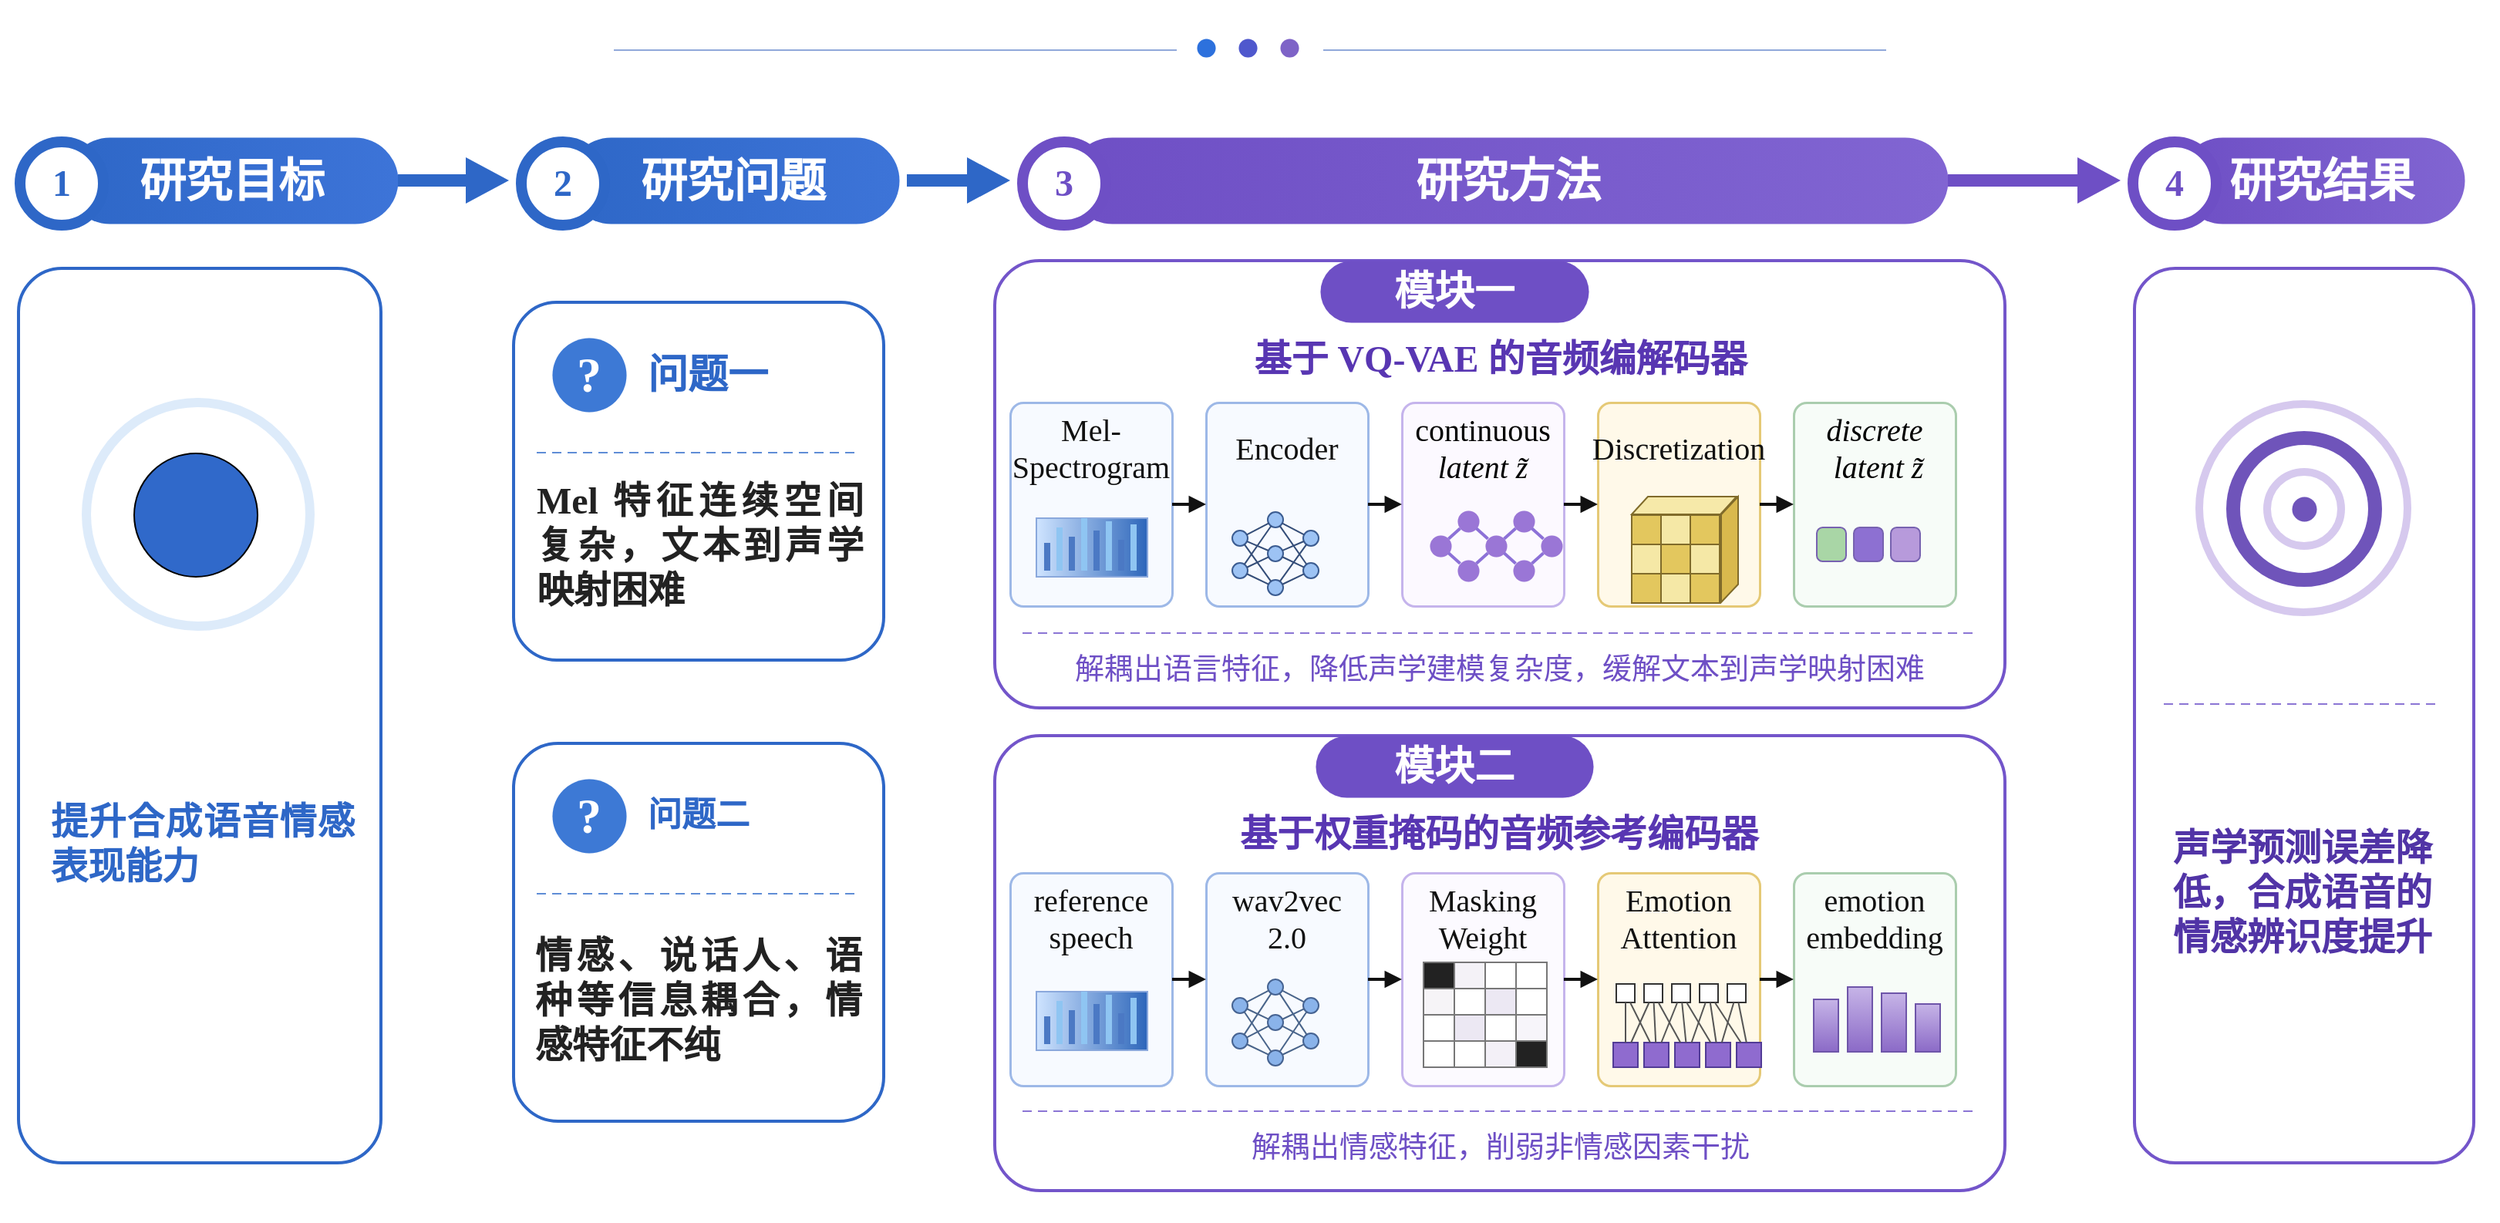
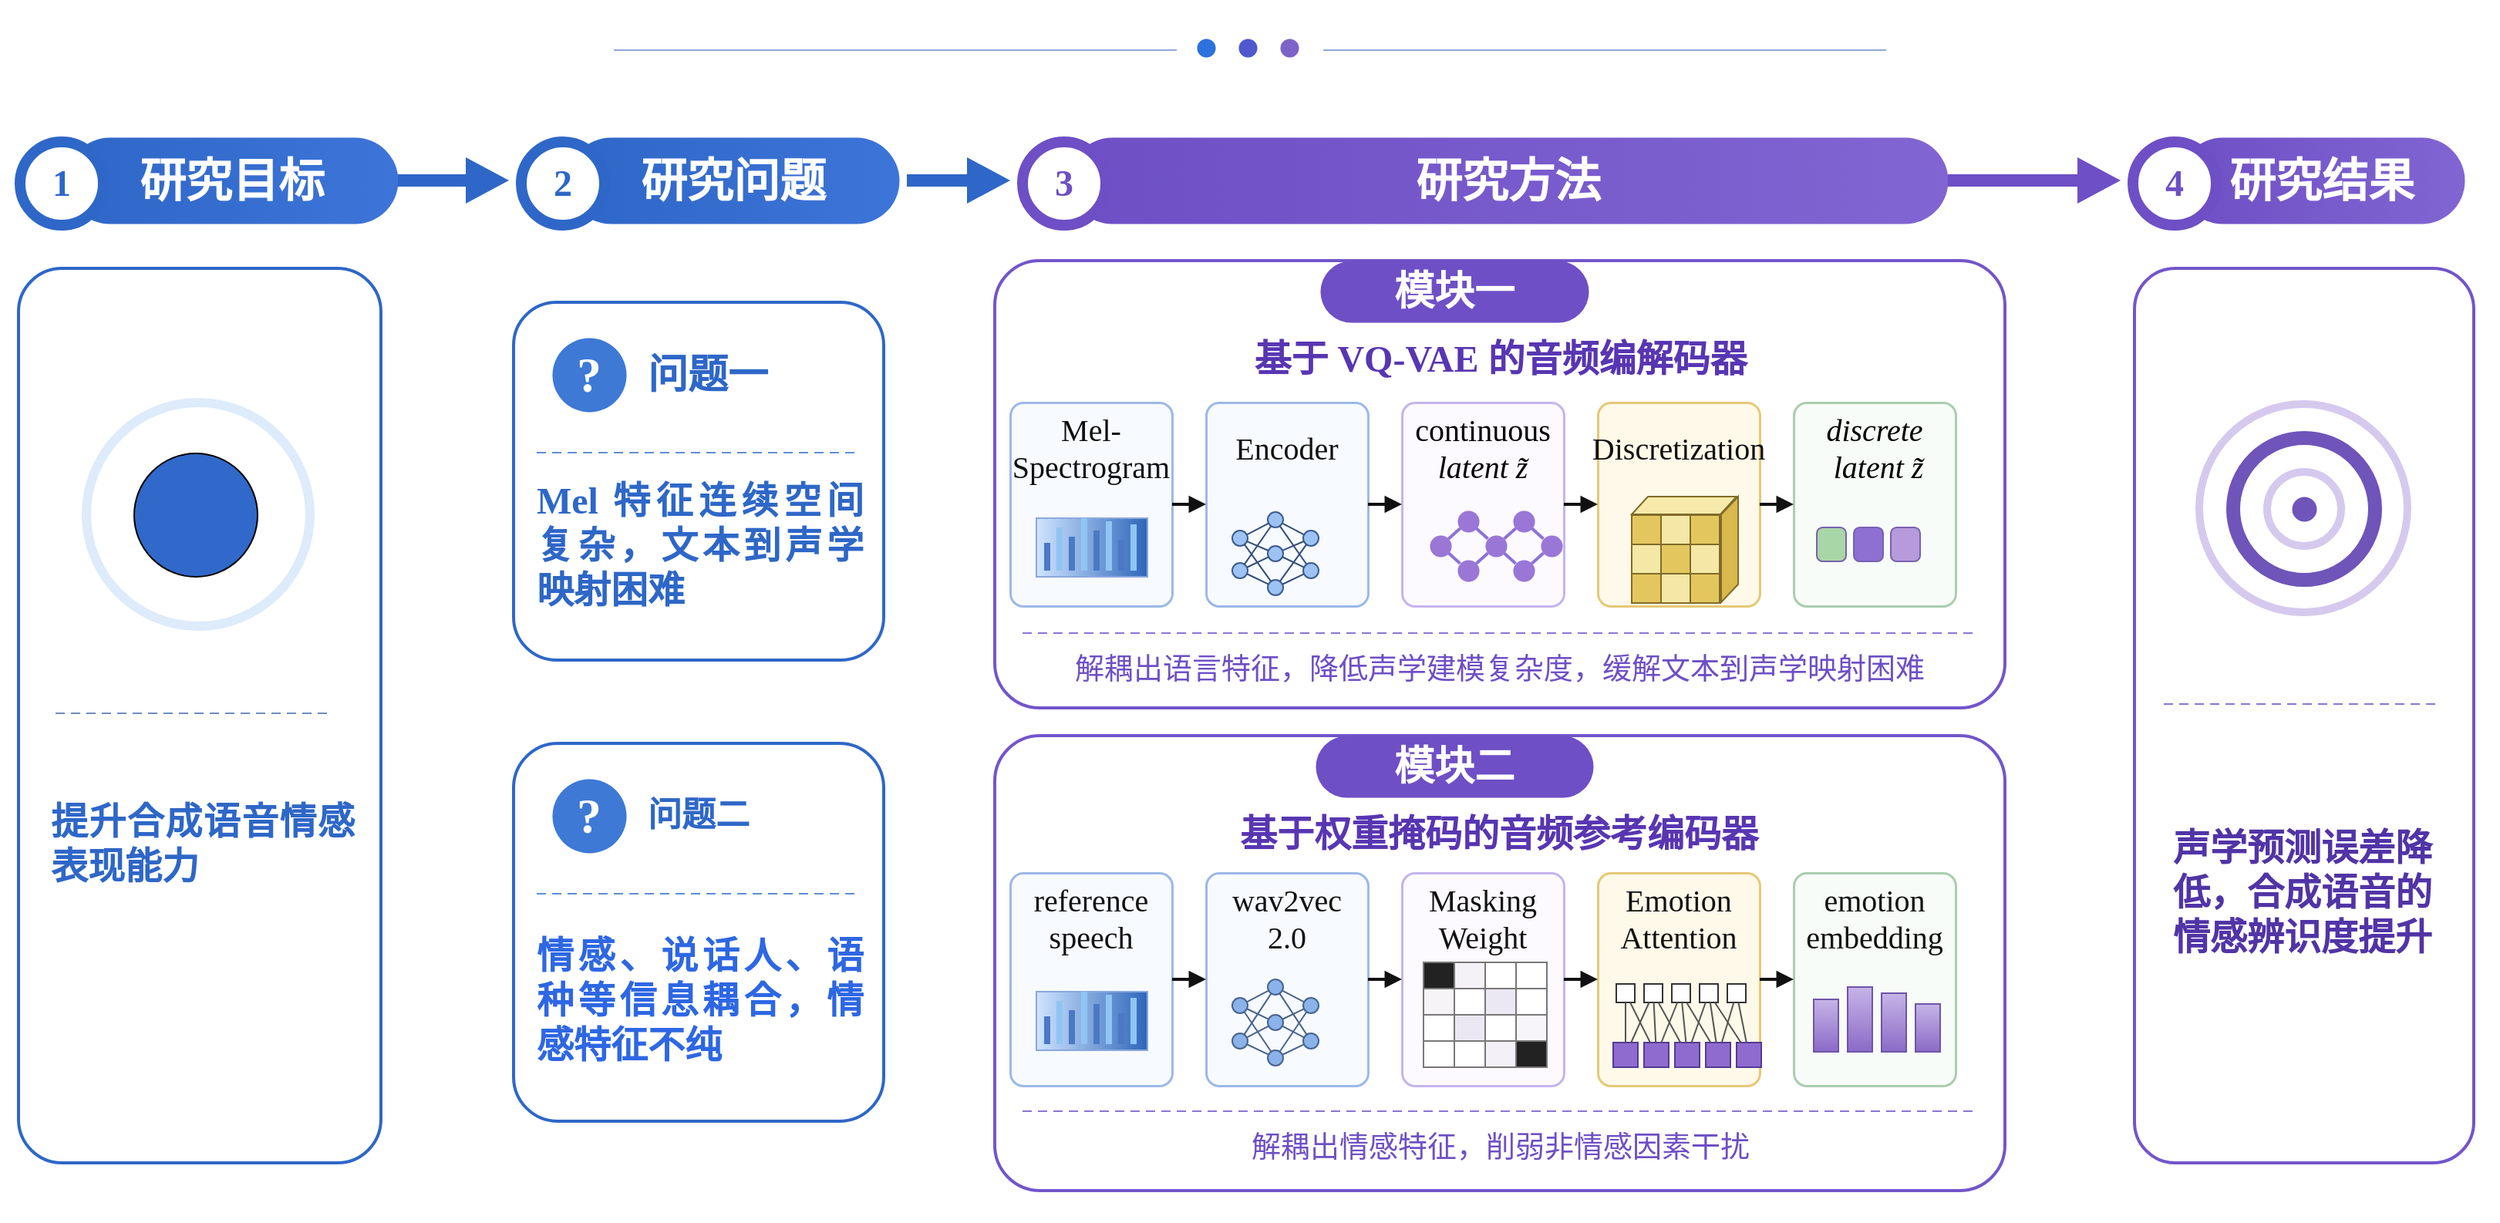
<mxfile host="app.diagrams.net">
  <diagram name="第 1 页" id="fVVEHDjkvuh4-jfM98xs">
-     <mxGraphModel dx="2060" dy="1284" grid="1" gridSize="1" guides="1" tooltips="1" connect="1" arrows="1" fold="1" page="1" pageScale="1" pageWidth="1664" pageHeight="928" math="1" shadow="0">
+     <mxGraphModel dx="1717" dy="1070" grid="1" gridSize="1" guides="1" tooltips="1" connect="1" arrows="1" fold="1" page="1" pageScale="1" pageWidth="1664" pageHeight="928" math="1" shadow="0">
      <root>
        <mxCell id="0" />
        <mxCell id="1" parent="0" />
        <mxCell id="v2" parent="1" style="shape=rect;fillColor=#FFFFFF;strokeColor=none;fontFamily=Comic Sans MS;" value="e" vertex="1">
          <mxGeometry height="792" width="1620" x="22" y="66" as="geometry" />
        </mxCell>
        <mxCell id="v4" parent="1" style="shape=line;strokeColor=#90A8DA;strokeWidth=1;fontFamily=Comic Sans MS;" value="" vertex="1">
          <mxGeometry height="1" width="365" x="420" y="98" as="geometry" />
        </mxCell>
        <mxCell id="v5" parent="1" style="shape=line;strokeColor=#90A8DA;strokeWidth=1;fontFamily=Comic Sans MS;" value="" vertex="1">
          <mxGeometry height="1" width="365" x="880" y="98" as="geometry" />
        </mxCell>
        <mxCell id="v6" parent="1" style="ellipse;whiteSpace=wrap;html=1;fillColor=#2D71DD;strokeColor=#2D71DD;strokeWidth=0;fontFamily=Comic Sans MS;" value="" vertex="1">
          <mxGeometry height="12" width="12" x="798" y="91" as="geometry" />
        </mxCell>
        <mxCell id="v7" parent="1" style="ellipse;whiteSpace=wrap;html=1;fillColor=#4F58CD;strokeColor=#4F58CD;strokeWidth=0;fontFamily=Comic Sans MS;" value="" vertex="1">
          <mxGeometry height="12" width="12" x="825" y="91" as="geometry" />
        </mxCell>
        <mxCell id="v8" parent="1" style="ellipse;whiteSpace=wrap;html=1;fillColor=#7E63C7;strokeColor=#7E63C7;strokeWidth=0;fontFamily=Comic Sans MS;" value="" vertex="1">
          <mxGeometry height="12" width="12" x="852" y="91" as="geometry" />
        </mxCell>
        <mxCell id="v9" parent="1" style="rounded=1;arcSize=50;whiteSpace=wrap;html=1;fillColor=#2E67C7;strokeColor=none;strokeWidth=0;fontFamily=Comic Sans MS;gradientColor=#3D74D8;gradientDirection=east;fontSize=24;fontColor=#FFFFFF;fontStyle=1;align=center;verticalAlign=middle;" value="&lt;font style=&quot;font-size: 30px;&quot;&gt;研究目标&lt;/font&gt;" vertex="1">
          <mxGeometry height="56" width="215" x="65" y="155" as="geometry" />
        </mxCell>
        <mxCell id="v10" parent="1" style="ellipse;whiteSpace=wrap;html=1;fillColor=#FFFFFF;strokeColor=#2E67C7;strokeWidth=7;fontFamily=Comic Sans MS;fontSize=24;fontColor=#2E67C7;fontStyle=1;align=center;verticalAlign=middle;" value="1" vertex="1">
          <mxGeometry height="54" width="54" x="35" y="158" as="geometry" />
        </mxCell>
        <mxCell id="v11" parent="1" style="rounded=1;arcSize=50;whiteSpace=wrap;html=1;fillColor=#2E67C7;strokeColor=none;strokeWidth=0;fontFamily=Comic Sans MS;gradientColor=#3D74D8;gradientDirection=east;fontSize=24;fontColor=#FFFFFF;fontStyle=1;align=center;verticalAlign=middle;" value="&lt;font style=&quot;font-size: 30px;&quot;&gt;研究问题&lt;/font&gt;" vertex="1">
          <mxGeometry height="56" width="215" x="390" y="155" as="geometry" />
        </mxCell>
        <mxCell id="v12" parent="1" style="ellipse;whiteSpace=wrap;html=1;fillColor=#FFFFFF;strokeColor=#2E67C7;strokeWidth=7;fontFamily=Comic Sans MS;fontSize=24;fontColor=#2E67C7;fontStyle=1;align=center;verticalAlign=middle;" value="2" vertex="1">
          <mxGeometry height="54" width="54" x="360" y="158" as="geometry" />
        </mxCell>
        <mxCell id="v13" parent="1" style="rounded=1;arcSize=50;whiteSpace=wrap;html=1;fillColor=#6E4FC5;strokeColor=none;strokeWidth=0;fontFamily=Comic Sans MS;gradientColor=#8165D2;gradientDirection=east;fontSize=24;fontColor=#FFFFFF;fontStyle=1;align=center;verticalAlign=middle;" value="&lt;font style=&quot;font-size: 30px;&quot;&gt;研究方法&lt;/font&gt;" vertex="1">
          <mxGeometry height="56" width="570" x="715" y="155" as="geometry" />
        </mxCell>
        <mxCell id="v14" parent="1" style="ellipse;whiteSpace=wrap;html=1;fillColor=#FFFFFF;strokeColor=#6E4FC5;strokeWidth=7;fontFamily=Comic Sans MS;fontSize=24;fontColor=#6E4FC5;fontStyle=1;align=center;verticalAlign=middle;" value="3" vertex="1">
          <mxGeometry height="54" width="54" x="685" y="158" as="geometry" />
        </mxCell>
        <mxCell id="v15" parent="1" style="rounded=1;arcSize=50;whiteSpace=wrap;html=1;fillColor=#6E4FC5;strokeColor=none;strokeWidth=0;fontFamily=Comic Sans MS;gradientColor=#8165D2;gradientDirection=east;fontSize=24;fontColor=#FFFFFF;fontStyle=1;align=center;verticalAlign=middle;" value="&lt;font style=&quot;font-size: 30px;&quot;&gt;研究结果&lt;/font&gt;" vertex="1">
          <mxGeometry height="56" width="185" x="1435" y="155" as="geometry" />
        </mxCell>
        <mxCell id="v16" parent="1" style="ellipse;whiteSpace=wrap;html=1;fillColor=#FFFFFF;strokeColor=#6E4FC5;strokeWidth=7;fontFamily=Comic Sans MS;fontSize=24;fontColor=#6E4FC5;fontStyle=1;align=center;verticalAlign=middle;" value="4" vertex="1">
          <mxGeometry height="54" width="54" x="1405" y="158" as="geometry" />
        </mxCell>
        <mxCell id="v17" parent="1" style="shape=rect;fillColor=#2E67C7;strokeColor=none;fontFamily=Comic Sans MS;" value="" vertex="1">
          <mxGeometry height="8" width="52" x="280" y="179" as="geometry" />
        </mxCell>
        <mxCell id="v18" parent="1" style="shape=triangle;direction=east;fillColor=#2E67C7;strokeColor=none;fontFamily=Comic Sans MS;" value="" vertex="1">
          <mxGeometry height="30" width="28" x="324" y="168" as="geometry" />
        </mxCell>
        <mxCell id="v19" parent="1" style="shape=rect;fillColor=#2E67C7;strokeColor=none;fontFamily=Comic Sans MS;" value="" vertex="1">
          <mxGeometry height="8" width="47" x="610" y="179" as="geometry" />
        </mxCell>
        <mxCell id="v20" parent="1" style="shape=triangle;direction=east;fillColor=#2E67C7;strokeColor=none;fontFamily=Comic Sans MS;" value="" vertex="1">
          <mxGeometry height="30" width="28" x="649" y="168" as="geometry" />
        </mxCell>
        <mxCell id="v21" parent="1" style="shape=rect;fillColor=#6E4FC5;strokeColor=none;fontFamily=Comic Sans MS;" value="" vertex="1">
          <mxGeometry height="8" width="92" x="1285" y="179" as="geometry" />
        </mxCell>
        <mxCell id="v22" parent="1" style="shape=triangle;direction=east;fillColor=#6E4FC5;strokeColor=none;fontFamily=Comic Sans MS;" value="" vertex="1">
          <mxGeometry height="30" width="28" x="1369" y="168" as="geometry" />
        </mxCell>
        <mxCell id="v23" parent="1" style="rounded=1;arcSize=12;whiteSpace=wrap;html=1;fillColor=#FFFFFF;strokeColor=#2E67C7;strokeWidth=2;fontFamily=Comic Sans MS;" value="" vertex="1">
          <mxGeometry height="580" width="235" x="34" y="240" as="geometry" />
        </mxCell>
        <mxCell id="v24" parent="1" style="rounded=1;arcSize=12;whiteSpace=wrap;html=1;fillColor=#FFFFFF;strokeColor=#2E67C7;strokeWidth=2;fontFamily=Comic Sans MS;" value="" vertex="1">
          <mxGeometry height="232" width="240" x="355" y="262" as="geometry" />
        </mxCell>
        <mxCell id="v25" parent="1" style="rounded=1;arcSize=12;whiteSpace=wrap;html=1;fillColor=#FFFFFF;strokeColor=#2E67C7;strokeWidth=2;fontFamily=Comic Sans MS;" value="" vertex="1">
          <mxGeometry height="245" width="240" x="355" y="548" as="geometry" />
        </mxCell>
        <mxCell id="v26" parent="1" style="rounded=1;arcSize=10;whiteSpace=wrap;html=1;fillColor=#FFFFFF;strokeColor=#7355CA;strokeWidth=2;fontFamily=Comic Sans MS;" value="" vertex="1">
          <mxGeometry height="290" width="655" x="667" y="235" as="geometry" />
        </mxCell>
        <mxCell id="v27" parent="1" style="rounded=1;arcSize=10;whiteSpace=wrap;html=1;fillColor=#FFFFFF;strokeColor=#7355CA;strokeWidth=2;fontFamily=Comic Sans MS;" value="" vertex="1">
          <mxGeometry height="295" width="655" x="667" y="543" as="geometry" />
        </mxCell>
        <mxCell id="v28" parent="1" style="rounded=1;arcSize=12;whiteSpace=wrap;html=1;fillColor=#FFFFFF;strokeColor=#7355CA;strokeWidth=2;fontFamily=Comic Sans MS;" value="" vertex="1">
          <mxGeometry height="580" width="220" x="1406" y="240" as="geometry" />
        </mxCell>
        <mxCell id="v29" parent="1" style="ellipse;whiteSpace=wrap;html=1;fillColor=#FFFFFF;strokeColor=#DDEBFA;strokeWidth=6;fontFamily=Comic Sans MS;" value="" vertex="1">
          <mxGeometry height="145" width="145" x="78" y="327" as="geometry" />
        </mxCell>
        <mxCell id="v31" parent="1" style="shape=mxgraph.basic.arc;startAngle=180;endAngle=360;fillColor=none;strokeColor=#2E67C7;strokeWidth=5;fontFamily=Comic Sans MS;" value="" vertex="1">
          <mxGeometry height="58" width="70" x="121" y="388" as="geometry" />
        </mxCell>
        <mxCell id="v34" parent="1" style="shape=mxgraph.basic.arc;startAngle=90;endAngle=270;direction=west;fillColor=none;strokeColor=#2E67C7;strokeWidth=4;fontFamily=Comic Sans MS;" value="" vertex="1">
          <mxGeometry height="38" width="18" x="90" y="380" as="geometry" />
        </mxCell>
        <mxCell id="v35" parent="1" style="shape=mxgraph.basic.arc;startAngle=90;endAngle=270;direction=west;fillColor=none;strokeColor=#2E67C7;strokeWidth=4;fontFamily=Comic Sans MS;" value="" vertex="1">
          <mxGeometry height="54" width="28" x="82" y="372" as="geometry" />
        </mxCell>
        <mxCell id="v36" parent="1" style="shape=mxgraph.basic.arc;startAngle=90;endAngle=270;direction=east;fillColor=none;strokeColor=#2E67C7;strokeWidth=4;fontFamily=Comic Sans MS;" value="" vertex="1">
          <mxGeometry height="38" width="18" x="193" y="380" as="geometry" />
        </mxCell>
        <mxCell id="v37" parent="1" style="shape=mxgraph.basic.arc;startAngle=90;endAngle=270;direction=east;fillColor=none;strokeColor=#2E67C7;strokeWidth=4;fontFamily=Comic Sans MS;" value="" vertex="1">
          <mxGeometry height="54" width="28" x="192" y="372" as="geometry" />
        </mxCell>
        <mxCell id="v38" parent="1" style="text;html=1;whiteSpace=wrap;align=left;verticalAlign=middle;fontFamily=Comic Sans MS;fontSize=22;fontColor=#111111;fontStyle=0;spacing=0;" value="&lt;div style=&quot;text-align: justify;&quot;&gt;&lt;b style=&quot;background-color: transparent; color: light-dark(rgb(46, 103, 199), rgb(237, 237, 237));&quot;&gt;&lt;font style=&quot;font-size: 24px;&quot;&gt;提升合成语音情感表现能力&lt;/font&gt;&lt;/b&gt;&lt;/div&gt;" vertex="1">
          <mxGeometry height="225" width="195" x="55" y="500" as="geometry" />
        </mxCell>
        <mxCell id="v39" parent="1" style="ellipse;whiteSpace=wrap;html=1;fillColor=#3D79D5;strokeColor=#3D79D5;strokeWidth=0;fontFamily=Comic Sans MS;fontSize=32;fontColor=#FFFFFF;fontStyle=1;align=center;verticalAlign=middle;" value="?" vertex="1">
          <mxGeometry height="48" width="48" x="380" y="285" as="geometry" />
        </mxCell>
        <mxCell id="v40" parent="1" style="text;html=1;whiteSpace=wrap;align=left;verticalAlign=middle;fontFamily=Comic Sans MS;fontSize=22;fontColor=#2E67C7;fontStyle=1;spacing=0;" value="&lt;font style=&quot;font-size: 26px;&quot;&gt;问题一&lt;/font&gt;" vertex="1">
          <mxGeometry height="44" width="120" x="442" y="287" as="geometry" />
        </mxCell>
        <mxCell id="v41" parent="1" style="shape=line;strokeColor=#5F8DD6;strokeWidth=1;dashed=1;dashPattern=6 4;fontFamily=Comic Sans MS;" value="" vertex="1">
          <mxGeometry height="1" width="210" x="370" y="359" as="geometry" />
        </mxCell>
        <mxCell id="v42" parent="1" style="ellipse;whiteSpace=wrap;html=1;fillColor=#3D79D5;strokeColor=#3D79D5;strokeWidth=0;fontFamily=Comic Sans MS;fontSize=32;fontColor=#FFFFFF;fontStyle=1;align=center;verticalAlign=middle;" value="?" vertex="1">
          <mxGeometry height="48" width="48" x="380" y="571" as="geometry" />
        </mxCell>
        <mxCell id="v43" parent="1" style="text;html=1;whiteSpace=wrap;align=left;verticalAlign=middle;fontFamily=Comic Sans MS;fontSize=22;fontColor=#2E67C7;fontStyle=1;spacing=0;" value="问题二" vertex="1">
          <mxGeometry height="44" width="120" x="442" y="573" as="geometry" />
        </mxCell>
        <mxCell id="v44" parent="1" style="shape=line;strokeColor=#5F8DD6;strokeWidth=1;dashed=1;dashPattern=6 4;fontFamily=Comic Sans MS;" value="" vertex="1">
          <mxGeometry height="1" width="210" x="370" y="645" as="geometry" />
        </mxCell>
-         <mxCell id="v45" parent="1" style="text;html=1;whiteSpace=wrap;align=left;verticalAlign=middle;fontFamily=Comic Sans MS;fontSize=18;fontColor=#222222;fontStyle=0;spacing=0;" value="&lt;div style=&quot;text-align: justify;&quot;&gt;&lt;b style=&quot;background-color: transparent; color: light-dark(rgb(34, 34, 34), rgb(208, 208, 208));&quot;&gt;&lt;font style=&quot;font-size: 24px;&quot;&gt;Mel 特征连续空间复杂，文本到声学映射困难&lt;/font&gt;&lt;/b&gt;&lt;/div&gt;" vertex="1">
+         <mxCell id="v45" parent="1" style="text;html=1;whiteSpace=wrap;align=left;verticalAlign=middle;fontFamily=Comic Sans MS;fontSize=18;fontColor=#222222;fontStyle=0;spacing=0;" value="&lt;div style=&quot;text-align: justify;&quot;&gt;&lt;b style=&quot;background-color: transparent;&quot;&gt;&lt;font style=&quot;font-size: 24px; color: light-dark(rgb(46, 103, 199), rgb(208, 208, 208));&quot;&gt;Mel 特征连续空间复杂，文本到声学映射困难&lt;/font&gt;&lt;/b&gt;&lt;/div&gt;" vertex="1">
          <mxGeometry height="110" width="210" x="370" y="365" as="geometry" />
        </mxCell>
-         <mxCell id="v46" parent="1" style="text;html=1;whiteSpace=wrap;align=center;verticalAlign=middle;fontFamily=Comic Sans MS;fontSize=18;fontColor=#222222;fontStyle=0;spacing=0;" value="&lt;div style=&quot;text-align: justify;&quot;&gt;&lt;b style=&quot;background-color: transparent; color: light-dark(rgb(34, 34, 34), rgb(208, 208, 208));&quot;&gt;&lt;font style=&quot;font-size: 24px;&quot;&gt;情感、说话人、语种等信息耦合，情感特征不纯&lt;/font&gt;&lt;/b&gt;&lt;/div&gt;" vertex="1">
+         <mxCell id="v46" parent="1" style="text;html=1;whiteSpace=wrap;align=left;verticalAlign=middle;fontFamily=Comic Sans MS;fontSize=22;fontColor=#111111;fontStyle=0;spacing=0;" value="&lt;div style=&quot;text-align: justify;&quot;&gt;&lt;b style=&quot;background-color: transparent;&quot;&gt;&lt;font style=&quot;font-size: 24px; color: light-dark(rgb(46, 103, 227), rgb(208, 208, 208));&quot;&gt;情感、说话人、语种等信息耦合，情感特征不纯&lt;/font&gt;&lt;/b&gt;&lt;/div&gt;" vertex="1">
          <mxGeometry height="115" width="210" x="370" y="657" as="geometry" />
        </mxCell>
        <mxCell id="e47" edge="1" parent="1" style="edgeStyle=orthogonalEdgeStyle;rounded=0;html=1;strokeColor=#3B72CA;strokeWidth=3;dashed=1;dashPattern=6 4;endArrow=block;endFill=1;" value="">
          <mxGeometry relative="1" as="geometry">
            <Array as="points">
              <mxPoint x="278" y="510" />
              <mxPoint x="310" y="510" />
              <mxPoint x="310" y="378" />
              <mxPoint x="350" y="378" />
            </Array>
          </mxGeometry>
        </mxCell>
        <mxCell id="e48" edge="1" parent="1" style="edgeStyle=orthogonalEdgeStyle;rounded=0;html=1;strokeColor=#3B72CA;strokeWidth=3;dashed=1;dashPattern=6 4;endArrow=block;endFill=1;" value="">
          <mxGeometry relative="1" as="geometry">
            <Array as="points">
              <mxPoint x="278" y="510" />
              <mxPoint x="310" y="510" />
              <mxPoint x="310" y="670" />
              <mxPoint x="350" y="670" />
            </Array>
          </mxGeometry>
        </mxCell>
        <mxCell id="e49" edge="1" parent="1" style="edgeStyle=orthogonalEdgeStyle;rounded=0;html=1;strokeColor=#6E4FC5;strokeWidth=3;dashed=1;dashPattern=6 4;endArrow=block;endFill=1;" value="">
          <mxGeometry relative="1" as="geometry">
            <Array as="points">
              <mxPoint x="595" y="378" />
              <mxPoint x="625" y="378" />
              <mxPoint x="625" y="356" />
              <mxPoint x="665" y="356" />
            </Array>
          </mxGeometry>
        </mxCell>
        <mxCell id="e50" edge="1" parent="1" style="edgeStyle=orthogonalEdgeStyle;rounded=0;html=1;strokeColor=#6E4FC5;strokeWidth=3;dashed=1;dashPattern=6 4;endArrow=block;endFill=1;" value="">
          <mxGeometry relative="1" as="geometry">
            <Array as="points">
              <mxPoint x="595" y="670" />
              <mxPoint x="625" y="670" />
              <mxPoint x="625" y="695" />
              <mxPoint x="665" y="695" />
            </Array>
          </mxGeometry>
        </mxCell>
        <mxCell id="v51" parent="1" style="rounded=1;arcSize=50;whiteSpace=wrap;html=1;fillColor=#6E4FC5;strokeColor=#6E4FC5;strokeWidth=0;fontFamily=Comic Sans MS;fontSize=22;fontColor=#FFFFFF;fontStyle=1;align=center;verticalAlign=middle;" value="&lt;font style=&quot;font-size: 26px;&quot;&gt;模块一&lt;/font&gt;" vertex="1">
          <mxGeometry height="40" width="174" x="878" y="235" as="geometry" />
        </mxCell>
        <mxCell id="v52" parent="1" style="rounded=1;arcSize=50;whiteSpace=wrap;html=1;fillColor=#6E4FC5;strokeColor=#6E4FC5;strokeWidth=0;fontFamily=Comic Sans MS;fontSize=22;fontColor=#FFFFFF;fontStyle=1;align=center;verticalAlign=middle;" value="&lt;font style=&quot;font-size: 26px;&quot;&gt;模块二&lt;/font&gt;" vertex="1">
          <mxGeometry height="40" width="180" x="875" y="543" as="geometry" />
        </mxCell>
        <mxCell id="v53" parent="1" style="text;html=1;whiteSpace=wrap;align=center;verticalAlign=middle;fontFamily=Comic Sans MS;fontSize=23;fontColor=#5836B2;fontStyle=1;spacing=0;" value="&lt;font style=&quot;font-size: 24px;&quot;&gt;基于 VQ-VAE 的音频编解码器&lt;/font&gt;" vertex="1">
          <mxGeometry height="38" width="520" x="735" y="280" as="geometry" />
        </mxCell>
        <mxCell id="v54" parent="1" style="text;html=1;whiteSpace=wrap;align=center;verticalAlign=middle;fontFamily=Comic Sans MS;fontSize=23;fontColor=#5836B2;fontStyle=1;spacing=0;" value="&lt;font style=&quot;font-size: 24px;&quot;&gt;基于权重掩码的音频参考编码器&lt;/font&gt;" vertex="1">
          <mxGeometry height="38" width="580" x="704" y="588" as="geometry" />
        </mxCell>
        <mxCell id="v55" parent="1" style="rounded=1;arcSize=8;whiteSpace=wrap;html=1;fillColor=#F7FAFF;strokeColor=#9DB8E7;strokeWidth=1.5;fontFamily=Comic Sans MS;" value="" vertex="1">
          <mxGeometry height="132" width="105" x="677" y="327" as="geometry" />
        </mxCell>
        <mxCell id="v56" parent="1" style="text;html=1;whiteSpace=wrap;align=center;verticalAlign=middle;fontFamily=Comic Sans MS;fontSize=15;fontColor=#111111;fontStyle=0;spacing=0;" value="&lt;font style=&quot;font-size: 20px;&quot;&gt;Mel-&lt;br&gt;Spectrogram&lt;/font&gt;" vertex="1">
          <mxGeometry height="42" width="95" x="682" y="335" as="geometry" />
        </mxCell>
        <mxCell id="v57" parent="1" style="rounded=1;arcSize=8;whiteSpace=wrap;html=1;fillColor=#F7FAFF;strokeColor=#9DB8E7;strokeWidth=1.5;fontFamily=Comic Sans MS;" value="" vertex="1">
          <mxGeometry height="132" width="105" x="804" y="327" as="geometry" />
        </mxCell>
        <mxCell id="v58" parent="1" style="text;html=1;whiteSpace=wrap;align=center;verticalAlign=middle;fontFamily=Comic Sans MS;fontSize=15;fontColor=#111111;fontStyle=0;spacing=0;" value="&lt;font style=&quot;font-size: 20px;&quot;&gt;Encoder&lt;/font&gt;" vertex="1">
          <mxGeometry height="42" width="95" x="809" y="335" as="geometry" />
        </mxCell>
        <mxCell id="v59" parent="1" style="rounded=1;arcSize=8;whiteSpace=wrap;html=1;fillColor=#FCF9FF;strokeColor=#C5B4EC;strokeWidth=1.5;fontFamily=Comic Sans MS;" value="" vertex="1">
          <mxGeometry height="132" width="105" x="931" y="327" as="geometry" />
        </mxCell>
        <mxCell id="v60" parent="1" style="text;html=1;whiteSpace=wrap;align=center;verticalAlign=middle;fontFamily=Comic Sans MS;fontSize=15;fontColor=#111111;fontStyle=0;spacing=0;" value="&lt;font style=&quot;font-size: 20px;&quot;&gt;&lt;span style=&quot;text-align: left; white-space: nowrap; color: rgb(0, 0, 0);&quot;&gt;continuous&lt;/span&gt;&lt;/font&gt;&lt;div&gt;&lt;font style=&quot;font-size: 20px;&quot;&gt;&lt;i style=&quot;text-align: left; white-space: nowrap; color: rgb(0, 0, 0);&quot;&gt; latent z̃&lt;/i&gt;&lt;/font&gt;&lt;/div&gt;" vertex="1">
          <mxGeometry height="42" width="95" x="936" y="335" as="geometry" />
        </mxCell>
        <mxCell id="v61" parent="1" style="rounded=1;arcSize=8;whiteSpace=wrap;html=1;fillColor=#FFF9E9;strokeColor=#E5C976;strokeWidth=1.5;fontFamily=Comic Sans MS;" value="" vertex="1">
          <mxGeometry height="132" width="105" x="1058" y="327" as="geometry" />
        </mxCell>
        <mxCell id="v62" parent="1" style="text;html=1;whiteSpace=wrap;align=center;verticalAlign=middle;fontFamily=Comic Sans MS;fontSize=15;fontColor=#111111;fontStyle=0;spacing=0;" value="&lt;font style=&quot;font-size: 20px;&quot;&gt;Discretization&lt;/font&gt;" vertex="1">
          <mxGeometry height="42" width="95" x="1063" y="335" as="geometry" />
        </mxCell>
        <mxCell id="v63" parent="1" style="rounded=1;arcSize=8;whiteSpace=wrap;html=1;fillColor=#F7FCF8;strokeColor=#AACDAE;strokeWidth=1.5;fontFamily=Comic Sans MS;" value="" vertex="1">
          <mxGeometry height="132" width="105" x="1185" y="327" as="geometry" />
        </mxCell>
        <mxCell id="v64" parent="1" style="text;html=1;whiteSpace=wrap;align=center;verticalAlign=middle;fontFamily=Comic Sans MS;fontSize=15;fontColor=#111111;fontStyle=0;spacing=0;" value="&lt;i style=&quot;text-align: left; white-space: nowrap;&quot;&gt;&lt;font style=&quot;color: rgb(0, 0, 0); font-size: 20px;&quot;&gt;discrete&lt;/font&gt;&lt;/i&gt;&lt;div&gt;&lt;i style=&quot;text-align: left; white-space: nowrap;&quot;&gt;&lt;font style=&quot;color: rgb(0, 0, 0); font-size: 20px;&quot;&gt;&amp;nbsp;latent z̃&lt;/font&gt;&lt;/i&gt;&lt;/div&gt;" vertex="1">
          <mxGeometry height="42" width="95" x="1190" y="335" as="geometry" />
        </mxCell>
        <mxCell id="e65" edge="1" parent="1" source="v55" style="edgeStyle=orthogonalEdgeStyle;rounded=0;html=1;strokeColor=#111111;strokeWidth=2;endArrow=block;endFill=1;fontFamily=Comic Sans MS;" target="v57" value="">
          <mxGeometry relative="1" as="geometry" />
        </mxCell>
        <mxCell id="e66" edge="1" parent="1" source="v57" style="edgeStyle=orthogonalEdgeStyle;rounded=0;html=1;strokeColor=#111111;strokeWidth=2;endArrow=block;endFill=1;fontFamily=Comic Sans MS;" target="v59" value="">
          <mxGeometry relative="1" as="geometry" />
        </mxCell>
        <mxCell id="e67" edge="1" parent="1" source="v59" style="edgeStyle=orthogonalEdgeStyle;rounded=0;html=1;strokeColor=#111111;strokeWidth=2;endArrow=block;endFill=1;fontFamily=Comic Sans MS;" target="v61" value="">
          <mxGeometry relative="1" as="geometry" />
        </mxCell>
        <mxCell id="e68" edge="1" parent="1" source="v61" style="edgeStyle=orthogonalEdgeStyle;rounded=0;html=1;strokeColor=#111111;strokeWidth=2;endArrow=block;endFill=1;fontFamily=Comic Sans MS;" target="v63" value="">
          <mxGeometry relative="1" as="geometry" />
        </mxCell>
        <mxCell id="v78" parent="1" style="ellipse;whiteSpace=wrap;html=1;fillColor=#9DC3F4;strokeColor=#3B5C91;strokeWidth=1;fontFamily=Comic Sans MS;" value="" vertex="1">
          <mxGeometry height="10" width="10" x="821" y="410" as="geometry" />
        </mxCell>
        <mxCell id="v79" parent="1" style="ellipse;whiteSpace=wrap;html=1;fillColor=#9DC3F4;strokeColor=#3B5C91;strokeWidth=1;fontFamily=Comic Sans MS;" value="" vertex="1">
          <mxGeometry height="10" width="10" x="821" y="431" as="geometry" />
        </mxCell>
        <mxCell id="v80" parent="1" style="ellipse;whiteSpace=wrap;html=1;fillColor=#9DC3F4;strokeColor=#3B5C91;strokeWidth=1;fontFamily=Comic Sans MS;" value="" vertex="1">
          <mxGeometry height="10" width="10" x="844" y="398" as="geometry" />
        </mxCell>
        <mxCell id="v81" parent="1" style="ellipse;whiteSpace=wrap;html=1;fillColor=#9DC3F4;strokeColor=#3B5C91;strokeWidth=1;fontFamily=Comic Sans MS;" value="" vertex="1">
          <mxGeometry height="10" width="10" x="844" y="420" as="geometry" />
        </mxCell>
        <mxCell id="v82" parent="1" style="ellipse;whiteSpace=wrap;html=1;fillColor=#9DC3F4;strokeColor=#3B5C91;strokeWidth=1;fontFamily=Comic Sans MS;" value="" vertex="1">
          <mxGeometry height="10" width="10" x="844" y="442" as="geometry" />
        </mxCell>
        <mxCell id="v83" parent="1" style="ellipse;whiteSpace=wrap;html=1;fillColor=#9DC3F4;strokeColor=#3B5C91;strokeWidth=1;fontFamily=Comic Sans MS;" value="" vertex="1">
          <mxGeometry height="10" width="10" x="867" y="410" as="geometry" />
        </mxCell>
        <mxCell id="v84" parent="1" style="ellipse;whiteSpace=wrap;html=1;fillColor=#9DC3F4;strokeColor=#3B5C91;strokeWidth=1;fontFamily=Comic Sans MS;" value="" vertex="1">
          <mxGeometry height="10" width="10" x="867" y="431" as="geometry" />
        </mxCell>
        <mxCell id="e85" edge="1" parent="1" source="v78" style="edgeStyle=none;html=1;strokeColor=#344D78;strokeWidth=1;endArrow=none;fontFamily=Comic Sans MS;" target="v80" value="">
          <mxGeometry relative="1" as="geometry" />
        </mxCell>
        <mxCell id="e86" edge="1" parent="1" source="v78" style="edgeStyle=none;html=1;strokeColor=#344D78;strokeWidth=1;endArrow=none;fontFamily=Comic Sans MS;" target="v81" value="">
          <mxGeometry relative="1" as="geometry" />
        </mxCell>
        <mxCell id="e87" edge="1" parent="1" source="v78" style="edgeStyle=none;html=1;strokeColor=#344D78;strokeWidth=1;endArrow=none;fontFamily=Comic Sans MS;" target="v82" value="">
          <mxGeometry relative="1" as="geometry" />
        </mxCell>
        <mxCell id="e88" edge="1" parent="1" source="v79" style="edgeStyle=none;html=1;strokeColor=#344D78;strokeWidth=1;endArrow=none;fontFamily=Comic Sans MS;" target="v80" value="">
          <mxGeometry relative="1" as="geometry" />
        </mxCell>
        <mxCell id="e89" edge="1" parent="1" source="v79" style="edgeStyle=none;html=1;strokeColor=#344D78;strokeWidth=1;endArrow=none;fontFamily=Comic Sans MS;" target="v81" value="">
          <mxGeometry relative="1" as="geometry" />
        </mxCell>
        <mxCell id="e90" edge="1" parent="1" source="v79" style="edgeStyle=none;html=1;strokeColor=#344D78;strokeWidth=1;endArrow=none;fontFamily=Comic Sans MS;" target="v82" value="">
          <mxGeometry relative="1" as="geometry" />
        </mxCell>
        <mxCell id="e91" edge="1" parent="1" source="v80" style="edgeStyle=none;html=1;strokeColor=#344D78;strokeWidth=1;endArrow=none;fontFamily=Comic Sans MS;" target="v83" value="">
          <mxGeometry relative="1" as="geometry" />
        </mxCell>
        <mxCell id="e92" edge="1" parent="1" source="v80" style="edgeStyle=none;html=1;strokeColor=#344D78;strokeWidth=1;endArrow=none;fontFamily=Comic Sans MS;" target="v84" value="">
          <mxGeometry relative="1" as="geometry" />
        </mxCell>
        <mxCell id="e93" edge="1" parent="1" source="v81" style="edgeStyle=none;html=1;strokeColor=#344D78;strokeWidth=1;endArrow=none;fontFamily=Comic Sans MS;" target="v83" value="">
          <mxGeometry relative="1" as="geometry" />
        </mxCell>
        <mxCell id="e94" edge="1" parent="1" source="v81" style="edgeStyle=none;html=1;strokeColor=#344D78;strokeWidth=1;endArrow=none;fontFamily=Comic Sans MS;" target="v84" value="">
          <mxGeometry relative="1" as="geometry" />
        </mxCell>
        <mxCell id="e95" edge="1" parent="1" source="v82" style="edgeStyle=none;html=1;strokeColor=#344D78;strokeWidth=1;endArrow=none;fontFamily=Comic Sans MS;" target="v83" value="">
          <mxGeometry relative="1" as="geometry" />
        </mxCell>
        <mxCell id="e96" edge="1" parent="1" source="v82" style="edgeStyle=none;html=1;strokeColor=#344D78;strokeWidth=1;endArrow=none;fontFamily=Comic Sans MS;" target="v84" value="">
          <mxGeometry relative="1" as="geometry" />
        </mxCell>
        <mxCell id="v97" parent="1" style="ellipse;whiteSpace=wrap;html=1;fillColor=#9A76D6;strokeColor=#9A76D6;strokeWidth=0;fontFamily=Comic Sans MS;" value="" vertex="1">
          <mxGeometry height="14" width="14" x="949" y="413" as="geometry" />
        </mxCell>
        <mxCell id="v98" parent="1" style="ellipse;whiteSpace=wrap;html=1;fillColor=#9A76D6;strokeColor=#9A76D6;strokeWidth=0;fontFamily=Comic Sans MS;" value="" vertex="1">
          <mxGeometry height="14" width="14" x="967" y="397" as="geometry" />
        </mxCell>
        <mxCell id="v99" parent="1" style="ellipse;whiteSpace=wrap;html=1;fillColor=#9A76D6;strokeColor=#9A76D6;strokeWidth=0;fontFamily=Comic Sans MS;" value="" vertex="1">
          <mxGeometry height="14" width="14" x="967" y="429" as="geometry" />
        </mxCell>
        <mxCell id="v100" parent="1" style="ellipse;whiteSpace=wrap;html=1;fillColor=#9A76D6;strokeColor=#9A76D6;strokeWidth=0;fontFamily=Comic Sans MS;" value="" vertex="1">
          <mxGeometry height="14" width="14" x="985" y="413" as="geometry" />
        </mxCell>
        <mxCell id="v101" parent="1" style="ellipse;whiteSpace=wrap;html=1;fillColor=#9A76D6;strokeColor=#9A76D6;strokeWidth=0;fontFamily=Comic Sans MS;" value="" vertex="1">
          <mxGeometry height="14" width="14" x="1003" y="397" as="geometry" />
        </mxCell>
        <mxCell id="v102" parent="1" style="ellipse;whiteSpace=wrap;html=1;fillColor=#9A76D6;strokeColor=#9A76D6;strokeWidth=0;fontFamily=Comic Sans MS;" value="" vertex="1">
          <mxGeometry height="14" width="14" x="1003" y="429" as="geometry" />
        </mxCell>
        <mxCell id="v103" parent="1" style="ellipse;whiteSpace=wrap;html=1;fillColor=#9A76D6;strokeColor=#9A76D6;strokeWidth=0;fontFamily=Comic Sans MS;" value="" vertex="1">
          <mxGeometry height="14" width="14" x="1021" y="413" as="geometry" />
        </mxCell>
        <mxCell id="e104" edge="1" parent="1" source="v97" style="edgeStyle=none;html=1;strokeColor=#8C71D7;strokeWidth=2;endArrow=none;fontFamily=Comic Sans MS;" target="v98" value="">
          <mxGeometry relative="1" as="geometry" />
        </mxCell>
        <mxCell id="e105" edge="1" parent="1" source="v97" style="edgeStyle=none;html=1;strokeColor=#8C71D7;strokeWidth=2;endArrow=none;fontFamily=Comic Sans MS;" target="v99" value="">
          <mxGeometry relative="1" as="geometry" />
        </mxCell>
        <mxCell id="e106" edge="1" parent="1" source="v98" style="edgeStyle=none;html=1;strokeColor=#8C71D7;strokeWidth=2;endArrow=none;fontFamily=Comic Sans MS;" target="v100" value="">
          <mxGeometry relative="1" as="geometry" />
        </mxCell>
        <mxCell id="e107" edge="1" parent="1" source="v99" style="edgeStyle=none;html=1;strokeColor=#8C71D7;strokeWidth=2;endArrow=none;fontFamily=Comic Sans MS;" target="v100" value="">
          <mxGeometry relative="1" as="geometry" />
        </mxCell>
        <mxCell id="e108" edge="1" parent="1" source="v100" style="edgeStyle=none;html=1;strokeColor=#8C71D7;strokeWidth=2;endArrow=none;fontFamily=Comic Sans MS;" target="v101" value="">
          <mxGeometry relative="1" as="geometry" />
        </mxCell>
        <mxCell id="e109" edge="1" parent="1" source="v100" style="edgeStyle=none;html=1;strokeColor=#8C71D7;strokeWidth=2;endArrow=none;fontFamily=Comic Sans MS;" target="v102" value="">
          <mxGeometry relative="1" as="geometry" />
        </mxCell>
        <mxCell id="e110" edge="1" parent="1" source="v101" style="edgeStyle=none;html=1;strokeColor=#8C71D7;strokeWidth=2;endArrow=none;fontFamily=Comic Sans MS;" target="v103" value="">
          <mxGeometry relative="1" as="geometry" />
        </mxCell>
        <mxCell id="e111" edge="1" parent="1" source="v102" style="edgeStyle=none;html=1;strokeColor=#8C71D7;strokeWidth=2;endArrow=none;fontFamily=Comic Sans MS;" target="v103" value="">
          <mxGeometry relative="1" as="geometry" />
        </mxCell>
        <mxCell id="v112" parent="1" style="shape=rect;fillColor=#E3C75E;strokeColor=#806B2A;strokeWidth=1;fontFamily=Comic Sans MS;" value="" vertex="1">
          <mxGeometry height="19" width="19" x="1080" y="400" as="geometry" />
        </mxCell>
        <mxCell id="v113" parent="1" style="shape=rect;fillColor=#F5E8A6;strokeColor=#806B2A;strokeWidth=1;fontFamily=Comic Sans MS;" value="" vertex="1">
          <mxGeometry height="19" width="19" x="1099" y="400" as="geometry" />
        </mxCell>
        <mxCell id="v114" parent="1" style="shape=rect;fillColor=#E3C75E;strokeColor=#806B2A;strokeWidth=1;fontFamily=Comic Sans MS;" value="" vertex="1">
          <mxGeometry height="19" width="19" x="1118" y="400" as="geometry" />
        </mxCell>
        <mxCell id="v115" parent="1" style="shape=rect;fillColor=#F5E8A6;strokeColor=#806B2A;strokeWidth=1;fontFamily=Comic Sans MS;" value="" vertex="1">
          <mxGeometry height="19" width="19" x="1080" y="419" as="geometry" />
        </mxCell>
        <mxCell id="v116" parent="1" style="shape=rect;fillColor=#E3C75E;strokeColor=#806B2A;strokeWidth=1;fontFamily=Comic Sans MS;" value="" vertex="1">
          <mxGeometry height="19" width="19" x="1099" y="419" as="geometry" />
        </mxCell>
        <mxCell id="v117" parent="1" style="shape=rect;fillColor=#F5E8A6;strokeColor=#806B2A;strokeWidth=1;fontFamily=Comic Sans MS;" value="" vertex="1">
          <mxGeometry height="19" width="19" x="1118" y="419" as="geometry" />
        </mxCell>
        <mxCell id="v118" parent="1" style="shape=rect;fillColor=#E3C75E;strokeColor=#806B2A;strokeWidth=1;fontFamily=Comic Sans MS;" value="" vertex="1">
          <mxGeometry height="19" width="19" x="1080" y="438" as="geometry" />
        </mxCell>
        <mxCell id="v119" parent="1" style="shape=rect;fillColor=#F5E8A6;strokeColor=#806B2A;strokeWidth=1;fontFamily=Comic Sans MS;" value="" vertex="1">
          <mxGeometry height="19" width="19" x="1099" y="438" as="geometry" />
        </mxCell>
        <mxCell id="v120" parent="1" style="shape=rect;fillColor=#E3C75E;strokeColor=#806B2A;strokeWidth=1;fontFamily=Comic Sans MS;" value="" vertex="1">
          <mxGeometry height="19" width="19" x="1118" y="438" as="geometry" />
        </mxCell>
        <mxCell id="v121" parent="1" style="shape=parallelogram;fillColor=#F6E9A9;strokeColor=#806B2A;strokeWidth=1;fontFamily=Comic Sans MS;size=0.15441176470588236;" value="" vertex="1">
          <mxGeometry height="11.5" width="68" x="1080" y="388" as="geometry" />
        </mxCell>
        <mxCell id="v122" parent="1" style="shape=parallelogram;direction=south;fillColor=#D9B94D;strokeColor=#806B2A;strokeWidth=1;fontFamily=Comic Sans MS;flipV=1;legacyAnchorPoints=0;size=0.16970802919708028;" value="" vertex="1">
          <mxGeometry height="68.5" width="11" x="1138" y="388" as="geometry" />
        </mxCell>
        <mxCell id="v123" parent="1" style="rounded=1;arcSize=20;whiteSpace=wrap;html=1;fillColor=#A9D6A6;strokeColor=#7762B0;strokeWidth=1;fontFamily=Comic Sans MS;" value="" vertex="1">
          <mxGeometry height="22" width="19" x="1200" y="408" as="geometry" />
        </mxCell>
        <mxCell id="v124" parent="1" style="rounded=1;arcSize=20;whiteSpace=wrap;html=1;fillColor=#8D70D2;strokeColor=#7762B0;strokeWidth=1;fontFamily=Comic Sans MS;" value="" vertex="1">
          <mxGeometry height="22" width="19" x="1224" y="408" as="geometry" />
        </mxCell>
        <mxCell id="v125" parent="1" style="rounded=1;arcSize=20;whiteSpace=wrap;html=1;fillColor=#B79ADB;strokeColor=#7762B0;strokeWidth=1;fontFamily=Comic Sans MS;" value="" vertex="1">
          <mxGeometry height="22" width="19" x="1248" y="408" as="geometry" />
        </mxCell>
        <mxCell id="v127" parent="1" style="shape=line;strokeColor=#8B75D4;strokeWidth=1;dashed=1;dashPattern=6 4;fontFamily=Comic Sans MS;" value="" vertex="1">
          <mxGeometry height="1" width="620" x="685" y="476" as="geometry" />
        </mxCell>
        <mxCell id="v128" parent="1" style="text;html=1;whiteSpace=wrap;align=center;verticalAlign=middle;fontFamily=Comic Sans MS;fontSize=19;fontColor=#222222;fontStyle=0;spacing=0;" value="&lt;span style=&quot;color: light-dark(rgb(110, 79, 197), rgb(237, 237, 237));&quot;&gt;&lt;font&gt;解耦出语言特征，降低声学建模复杂度，缓解文本到声学映射困难&lt;/font&gt;&lt;/span&gt;" vertex="1">
          <mxGeometry height="30" width="575" x="707" y="485" as="geometry" />
        </mxCell>
        <mxCell id="v129" parent="1" style="rounded=1;arcSize=8;whiteSpace=wrap;html=1;fillColor=#F7FAFF;strokeColor=#9DB8E7;strokeWidth=1.5;fontFamily=Comic Sans MS;" value="" vertex="1">
          <mxGeometry height="138" width="105" x="677" y="632" as="geometry" />
        </mxCell>
        <mxCell id="v130" parent="1" style="text;html=1;whiteSpace=wrap;align=center;verticalAlign=middle;fontFamily=Comic Sans MS;fontSize=15;fontColor=#111111;fontStyle=0;spacing=0;" value="&lt;font style=&quot;font-size: 20px;&quot;&gt;reference speech&lt;/font&gt;" vertex="1">
          <mxGeometry height="42" width="95" x="682" y="640" as="geometry" />
        </mxCell>
        <mxCell id="v131" parent="1" style="rounded=1;arcSize=8;whiteSpace=wrap;html=1;fillColor=#F7FAFF;strokeColor=#9DB8E7;strokeWidth=1.5;fontFamily=Comic Sans MS;" value="" vertex="1">
          <mxGeometry height="138" width="105" x="804" y="632" as="geometry" />
        </mxCell>
        <mxCell id="v132" parent="1" style="text;html=1;whiteSpace=wrap;align=center;verticalAlign=middle;fontFamily=Comic Sans MS;fontSize=15;fontColor=#111111;fontStyle=0;spacing=0;" value="&lt;font style=&quot;font-size: 20px;&quot;&gt;wav2vec&lt;br&gt;2.0&lt;/font&gt;" vertex="1">
          <mxGeometry height="42" width="95" x="809" y="640" as="geometry" />
        </mxCell>
        <mxCell id="v133" parent="1" style="rounded=1;arcSize=8;whiteSpace=wrap;html=1;fillColor=#FCFAFF;strokeColor=#C5B4EC;strokeWidth=1.5;fontFamily=Comic Sans MS;" value="" vertex="1">
          <mxGeometry height="138" width="105" x="931" y="632" as="geometry" />
        </mxCell>
        <mxCell id="v134" parent="1" style="text;html=1;whiteSpace=wrap;align=center;verticalAlign=middle;fontFamily=Comic Sans MS;fontSize=15;fontColor=#111111;fontStyle=0;spacing=0;" value="&lt;font style=&quot;font-size: 20px;&quot;&gt;Masking Weight&lt;/font&gt;" vertex="1">
          <mxGeometry height="42" width="95" x="936" y="640" as="geometry" />
        </mxCell>
        <mxCell id="v135" parent="1" style="rounded=1;arcSize=8;whiteSpace=wrap;html=1;fillColor=#FFF9E9;strokeColor=#E5C976;strokeWidth=1.5;fontFamily=Comic Sans MS;" value="" vertex="1">
          <mxGeometry height="138" width="105" x="1058" y="632" as="geometry" />
        </mxCell>
        <mxCell id="v136" parent="1" style="text;html=1;whiteSpace=wrap;align=center;verticalAlign=middle;fontFamily=Comic Sans MS;fontSize=15;fontColor=#111111;fontStyle=0;spacing=0;" value="&lt;font style=&quot;font-size: 20px;&quot;&gt;Emotion&lt;br&gt;Attention&lt;/font&gt;" vertex="1">
          <mxGeometry height="42" width="95" x="1063" y="640" as="geometry" />
        </mxCell>
        <mxCell id="v137" parent="1" style="rounded=1;arcSize=8;whiteSpace=wrap;html=1;fillColor=#F7FCF8;strokeColor=#AACDAE;strokeWidth=1.5;fontFamily=Comic Sans MS;" value="" vertex="1">
          <mxGeometry height="138" width="105" x="1185" y="632" as="geometry" />
        </mxCell>
        <mxCell id="v138" parent="1" style="text;html=1;whiteSpace=wrap;align=center;verticalAlign=middle;fontFamily=Comic Sans MS;fontSize=15;fontColor=#111111;fontStyle=0;spacing=0;" value="&lt;span style=&quot;font-size: 20px;&quot;&gt;emotion embedding&lt;/span&gt;" vertex="1">
          <mxGeometry height="42" width="95" x="1190" y="640" as="geometry" />
        </mxCell>
        <mxCell id="e139" edge="1" parent="1" source="v129" style="edgeStyle=orthogonalEdgeStyle;rounded=0;html=1;strokeColor=#111111;strokeWidth=2;endArrow=block;endFill=1;fontFamily=Comic Sans MS;" target="v131" value="">
          <mxGeometry relative="1" as="geometry" />
        </mxCell>
        <mxCell id="e140" edge="1" parent="1" source="v131" style="edgeStyle=orthogonalEdgeStyle;rounded=0;html=1;strokeColor=#111111;strokeWidth=2;endArrow=block;endFill=1;fontFamily=Comic Sans MS;" target="v133" value="">
          <mxGeometry relative="1" as="geometry" />
        </mxCell>
        <mxCell id="e141" edge="1" parent="1" source="v133" style="edgeStyle=orthogonalEdgeStyle;rounded=0;html=1;strokeColor=#111111;strokeWidth=2;endArrow=block;endFill=1;fontFamily=Comic Sans MS;" target="v135" value="">
          <mxGeometry relative="1" as="geometry" />
        </mxCell>
        <mxCell id="e142" edge="1" parent="1" source="v135" style="edgeStyle=orthogonalEdgeStyle;rounded=0;html=1;strokeColor=#111111;strokeWidth=2;endArrow=block;endFill=1;fontFamily=Comic Sans MS;" target="v137" value="">
          <mxGeometry relative="1" as="geometry" />
        </mxCell>
        <mxCell id="e143" edge="1" parent="1" style="edgeStyle=none;html=1;strokeColor=#3D75CC;strokeWidth=2;endArrow=none;" value="">
          <mxGeometry relative="1" as="geometry">
            <Array as="points">
              <mxPoint x="687" y="731" />
              <mxPoint x="692" y="731" />
            </Array>
          </mxGeometry>
        </mxCell>
        <mxCell id="e144" edge="1" parent="1" style="edgeStyle=none;html=1;strokeColor=#3D75CC;strokeWidth=2;endArrow=none;" value="">
          <mxGeometry relative="1" as="geometry">
            <Array as="points">
              <mxPoint x="692" y="731" />
              <mxPoint x="696" y="724" />
            </Array>
          </mxGeometry>
        </mxCell>
        <mxCell id="e145" edge="1" parent="1" style="edgeStyle=none;html=1;strokeColor=#3D75CC;strokeWidth=2;endArrow=none;" value="">
          <mxGeometry relative="1" as="geometry">
            <Array as="points">
              <mxPoint x="696" y="724" />
              <mxPoint x="700" y="741" />
            </Array>
          </mxGeometry>
        </mxCell>
        <mxCell id="e146" edge="1" parent="1" style="edgeStyle=none;html=1;strokeColor=#3D75CC;strokeWidth=2;endArrow=none;" value="">
          <mxGeometry relative="1" as="geometry">
            <Array as="points">
              <mxPoint x="700" y="741" />
              <mxPoint x="704" y="713" />
            </Array>
          </mxGeometry>
        </mxCell>
        <mxCell id="e147" edge="1" parent="1" style="edgeStyle=none;html=1;strokeColor=#3D75CC;strokeWidth=2;endArrow=none;" value="">
          <mxGeometry relative="1" as="geometry">
            <Array as="points">
              <mxPoint x="704" y="713" />
              <mxPoint x="708" y="748" />
            </Array>
          </mxGeometry>
        </mxCell>
        <mxCell id="e148" edge="1" parent="1" style="edgeStyle=none;html=1;strokeColor=#3D75CC;strokeWidth=2;endArrow=none;" value="">
          <mxGeometry relative="1" as="geometry">
            <Array as="points">
              <mxPoint x="708" y="748" />
              <mxPoint x="712" y="722" />
            </Array>
          </mxGeometry>
        </mxCell>
        <mxCell id="e149" edge="1" parent="1" style="edgeStyle=none;html=1;strokeColor=#3D75CC;strokeWidth=2;endArrow=none;" value="">
          <mxGeometry relative="1" as="geometry">
            <Array as="points">
              <mxPoint x="712" y="722" />
              <mxPoint x="716" y="739" />
            </Array>
          </mxGeometry>
        </mxCell>
        <mxCell id="e150" edge="1" parent="1" style="edgeStyle=none;html=1;strokeColor=#3D75CC;strokeWidth=2;endArrow=none;" value="">
          <mxGeometry relative="1" as="geometry">
            <Array as="points">
              <mxPoint x="716" y="739" />
              <mxPoint x="720" y="715" />
            </Array>
          </mxGeometry>
        </mxCell>
        <mxCell id="e151" edge="1" parent="1" style="edgeStyle=none;html=1;strokeColor=#3D75CC;strokeWidth=2;endArrow=none;" value="">
          <mxGeometry relative="1" as="geometry">
            <Array as="points">
              <mxPoint x="720" y="715" />
              <mxPoint x="724" y="747" />
            </Array>
          </mxGeometry>
        </mxCell>
        <mxCell id="e152" edge="1" parent="1" style="edgeStyle=none;html=1;strokeColor=#3D75CC;strokeWidth=2;endArrow=none;" value="">
          <mxGeometry relative="1" as="geometry">
            <Array as="points">
              <mxPoint x="724" y="747" />
              <mxPoint x="728" y="727" />
            </Array>
          </mxGeometry>
        </mxCell>
        <mxCell id="e153" edge="1" parent="1" style="edgeStyle=none;html=1;strokeColor=#3D75CC;strokeWidth=2;endArrow=none;" value="">
          <mxGeometry relative="1" as="geometry">
            <Array as="points">
              <mxPoint x="728" y="727" />
              <mxPoint x="732" y="734" />
            </Array>
          </mxGeometry>
        </mxCell>
        <mxCell id="e154" edge="1" parent="1" style="edgeStyle=none;html=1;strokeColor=#3D75CC;strokeWidth=2;endArrow=none;" value="">
          <mxGeometry relative="1" as="geometry">
            <Array as="points">
              <mxPoint x="732" y="734" />
              <mxPoint x="736" y="720" />
            </Array>
          </mxGeometry>
        </mxCell>
        <mxCell id="e155" edge="1" parent="1" style="edgeStyle=none;html=1;strokeColor=#3D75CC;strokeWidth=2;endArrow=none;" value="">
          <mxGeometry relative="1" as="geometry">
            <Array as="points">
              <mxPoint x="736" y="720" />
              <mxPoint x="740" y="744" />
            </Array>
          </mxGeometry>
        </mxCell>
        <mxCell id="e156" edge="1" parent="1" style="edgeStyle=none;html=1;strokeColor=#3D75CC;strokeWidth=2;endArrow=none;" value="">
          <mxGeometry relative="1" as="geometry">
            <Array as="points">
              <mxPoint x="740" y="744" />
              <mxPoint x="744" y="725" />
            </Array>
          </mxGeometry>
        </mxCell>
        <mxCell id="e157" edge="1" parent="1" style="edgeStyle=none;html=1;strokeColor=#3D75CC;strokeWidth=2;endArrow=none;" value="">
          <mxGeometry relative="1" as="geometry">
            <Array as="points">
              <mxPoint x="744" y="725" />
              <mxPoint x="748" y="735" />
            </Array>
          </mxGeometry>
        </mxCell>
        <mxCell id="e158" edge="1" parent="1" style="edgeStyle=none;html=1;strokeColor=#3D75CC;strokeWidth=2;endArrow=none;" value="">
          <mxGeometry relative="1" as="geometry">
            <Array as="points">
              <mxPoint x="748" y="735" />
              <mxPoint x="754" y="731" />
            </Array>
          </mxGeometry>
        </mxCell>
        <mxCell id="e159" edge="1" parent="1" style="edgeStyle=none;html=1;strokeColor=#3D75CC;strokeWidth=2;endArrow=none;" value="">
          <mxGeometry relative="1" as="geometry">
            <Array as="points">
              <mxPoint x="754" y="731" />
              <mxPoint x="763" y="731" />
            </Array>
          </mxGeometry>
        </mxCell>
        <mxCell id="v160" parent="1" style="ellipse;whiteSpace=wrap;html=1;fillColor=#8AB3EA;strokeColor=#466392;strokeWidth=1;fontFamily=Comic Sans MS;" value="" vertex="1">
          <mxGeometry height="10" width="10" x="821" y="713" as="geometry" />
        </mxCell>
        <mxCell id="v161" parent="1" style="ellipse;whiteSpace=wrap;html=1;fillColor=#8AB3EA;strokeColor=#466392;strokeWidth=1;fontFamily=Comic Sans MS;" value="" vertex="1">
          <mxGeometry height="10" width="10" x="821" y="736" as="geometry" />
        </mxCell>
        <mxCell id="v162" parent="1" style="ellipse;whiteSpace=wrap;html=1;fillColor=#8AB3EA;strokeColor=#466392;strokeWidth=1;fontFamily=Comic Sans MS;" value="" vertex="1">
          <mxGeometry height="10" width="10" x="844" y="701" as="geometry" />
        </mxCell>
        <mxCell id="v163" parent="1" style="ellipse;whiteSpace=wrap;html=1;fillColor=#8AB3EA;strokeColor=#466392;strokeWidth=1;fontFamily=Comic Sans MS;" value="" vertex="1">
          <mxGeometry height="10" width="10" x="844" y="724" as="geometry" />
        </mxCell>
        <mxCell id="v164" parent="1" style="ellipse;whiteSpace=wrap;html=1;fillColor=#8AB3EA;strokeColor=#466392;strokeWidth=1;fontFamily=Comic Sans MS;" value="" vertex="1">
          <mxGeometry height="10" width="10" x="844" y="747" as="geometry" />
        </mxCell>
        <mxCell id="v165" parent="1" style="ellipse;whiteSpace=wrap;html=1;fillColor=#8AB3EA;strokeColor=#466392;strokeWidth=1;fontFamily=Comic Sans MS;" value="" vertex="1">
          <mxGeometry height="10" width="10" x="867" y="713" as="geometry" />
        </mxCell>
        <mxCell id="v166" parent="1" style="ellipse;whiteSpace=wrap;html=1;fillColor=#8AB3EA;strokeColor=#466392;strokeWidth=1;fontFamily=Comic Sans MS;" value="" vertex="1">
          <mxGeometry height="10" width="10" x="867" y="736" as="geometry" />
        </mxCell>
        <mxCell id="e167" edge="1" parent="1" source="v160" style="edgeStyle=none;html=1;strokeColor=#49648A;strokeWidth=1;endArrow=none;fontFamily=Comic Sans MS;" target="v162" value="">
          <mxGeometry relative="1" as="geometry" />
        </mxCell>
        <mxCell id="e168" edge="1" parent="1" source="v160" style="edgeStyle=none;html=1;strokeColor=#49648A;strokeWidth=1;endArrow=none;fontFamily=Comic Sans MS;" target="v163" value="">
          <mxGeometry relative="1" as="geometry" />
        </mxCell>
        <mxCell id="e169" edge="1" parent="1" source="v160" style="edgeStyle=none;html=1;strokeColor=#49648A;strokeWidth=1;endArrow=none;fontFamily=Comic Sans MS;" target="v164" value="">
          <mxGeometry relative="1" as="geometry" />
        </mxCell>
        <mxCell id="e170" edge="1" parent="1" source="v161" style="edgeStyle=none;html=1;strokeColor=#49648A;strokeWidth=1;endArrow=none;fontFamily=Comic Sans MS;" target="v162" value="">
          <mxGeometry relative="1" as="geometry" />
        </mxCell>
        <mxCell id="e171" edge="1" parent="1" source="v161" style="edgeStyle=none;html=1;strokeColor=#49648A;strokeWidth=1;endArrow=none;fontFamily=Comic Sans MS;" target="v163" value="">
          <mxGeometry relative="1" as="geometry" />
        </mxCell>
        <mxCell id="e172" edge="1" parent="1" source="v161" style="edgeStyle=none;html=1;strokeColor=#49648A;strokeWidth=1;endArrow=none;fontFamily=Comic Sans MS;" target="v164" value="">
          <mxGeometry relative="1" as="geometry" />
        </mxCell>
        <mxCell id="e173" edge="1" parent="1" source="v162" style="edgeStyle=none;html=1;strokeColor=#49648A;strokeWidth=1;endArrow=none;fontFamily=Comic Sans MS;" target="v165" value="">
          <mxGeometry relative="1" as="geometry" />
        </mxCell>
        <mxCell id="e174" edge="1" parent="1" source="v162" style="edgeStyle=none;html=1;strokeColor=#49648A;strokeWidth=1;endArrow=none;fontFamily=Comic Sans MS;" target="v166" value="">
          <mxGeometry relative="1" as="geometry" />
        </mxCell>
        <mxCell id="e175" edge="1" parent="1" source="v163" style="edgeStyle=none;html=1;strokeColor=#49648A;strokeWidth=1;endArrow=none;fontFamily=Comic Sans MS;" target="v165" value="">
          <mxGeometry relative="1" as="geometry" />
        </mxCell>
        <mxCell id="e176" edge="1" parent="1" source="v163" style="edgeStyle=none;html=1;strokeColor=#49648A;strokeWidth=1;endArrow=none;fontFamily=Comic Sans MS;" target="v166" value="">
          <mxGeometry relative="1" as="geometry" />
        </mxCell>
        <mxCell id="e177" edge="1" parent="1" source="v164" style="edgeStyle=none;html=1;strokeColor=#49648A;strokeWidth=1;endArrow=none;fontFamily=Comic Sans MS;" target="v165" value="">
          <mxGeometry relative="1" as="geometry" />
        </mxCell>
        <mxCell id="e178" edge="1" parent="1" source="v164" style="edgeStyle=none;html=1;strokeColor=#49648A;strokeWidth=1;endArrow=none;fontFamily=Comic Sans MS;" target="v166" value="">
          <mxGeometry relative="1" as="geometry" />
        </mxCell>
        <mxCell id="v195" parent="1" style="shape=rect;fillColor=#FFFFFF;strokeColor=#333333;strokeWidth=1;fontFamily=Comic Sans MS;" value="" vertex="1">
          <mxGeometry height="12" width="12" x="1070" y="704" as="geometry" />
        </mxCell>
        <mxCell id="v196" parent="1" style="shape=rect;fillColor=#8F6BCF;strokeColor=#513B96;strokeWidth=1;fontFamily=Comic Sans MS;" value="" vertex="1">
          <mxGeometry height="16" width="16" x="1068" y="742" as="geometry" />
        </mxCell>
        <mxCell id="v197" parent="1" style="shape=rect;fillColor=#FFFFFF;strokeColor=#333333;strokeWidth=1;fontFamily=Comic Sans MS;" value="" vertex="1">
          <mxGeometry height="12" width="12" x="1088" y="704" as="geometry" />
        </mxCell>
        <mxCell id="v198" parent="1" style="shape=rect;fillColor=#8F6BCF;strokeColor=#513B96;strokeWidth=1;fontFamily=Comic Sans MS;" value="" vertex="1">
          <mxGeometry height="16" width="16" x="1088" y="742" as="geometry" />
        </mxCell>
        <mxCell id="v199" parent="1" style="shape=rect;fillColor=#FFFFFF;strokeColor=#333333;strokeWidth=1;fontFamily=Comic Sans MS;" value="" vertex="1">
          <mxGeometry height="12" width="12" x="1106" y="704" as="geometry" />
        </mxCell>
        <mxCell id="v200" parent="1" style="shape=rect;fillColor=#8F6BCF;strokeColor=#513B96;strokeWidth=1;fontFamily=Comic Sans MS;" value="" vertex="1">
          <mxGeometry height="16" width="16" x="1108" y="742" as="geometry" />
        </mxCell>
        <mxCell id="v201" parent="1" style="shape=rect;fillColor=#FFFFFF;strokeColor=#333333;strokeWidth=1;fontFamily=Comic Sans MS;" value="" vertex="1">
          <mxGeometry height="12" width="12" x="1124" y="704" as="geometry" />
        </mxCell>
        <mxCell id="v202" parent="1" style="shape=rect;fillColor=#8F6BCF;strokeColor=#513B96;strokeWidth=1;fontFamily=Comic Sans MS;" value="" vertex="1">
          <mxGeometry height="16" width="16" x="1128" y="742" as="geometry" />
        </mxCell>
        <mxCell id="v203" parent="1" style="shape=rect;fillColor=#FFFFFF;strokeColor=#333333;strokeWidth=1;fontFamily=Comic Sans MS;" value="" vertex="1">
          <mxGeometry height="12" width="12" x="1142" y="704" as="geometry" />
        </mxCell>
        <mxCell id="v204" parent="1" style="shape=rect;fillColor=#8F6BCF;strokeColor=#513B96;strokeWidth=1;fontFamily=Comic Sans MS;" value="" vertex="1">
          <mxGeometry height="16" width="16" x="1148" y="742" as="geometry" />
        </mxCell>
        <mxCell id="e205" edge="1" parent="1" source="v195" style="edgeStyle=none;html=1;strokeColor=#555555;strokeWidth=1;endArrow=none;fontFamily=Comic Sans MS;" target="v196" value="">
          <mxGeometry relative="1" as="geometry" />
        </mxCell>
        <mxCell id="e206" edge="1" parent="1" source="v195" style="edgeStyle=none;html=1;strokeColor=#555555;strokeWidth=1;endArrow=none;fontFamily=Comic Sans MS;" target="v198" value="">
          <mxGeometry relative="1" as="geometry" />
        </mxCell>
        <mxCell id="e207" edge="1" parent="1" source="v197" style="edgeStyle=none;html=1;strokeColor=#555555;strokeWidth=1;endArrow=none;fontFamily=Comic Sans MS;" target="v196" value="">
          <mxGeometry relative="1" as="geometry" />
        </mxCell>
        <mxCell id="e208" edge="1" parent="1" source="v197" style="edgeStyle=none;html=1;strokeColor=#555555;strokeWidth=1;endArrow=none;fontFamily=Comic Sans MS;" target="v198" value="">
          <mxGeometry relative="1" as="geometry" />
        </mxCell>
        <mxCell id="e209" edge="1" parent="1" source="v197" style="edgeStyle=none;html=1;strokeColor=#555555;strokeWidth=1;endArrow=none;fontFamily=Comic Sans MS;" target="v200" value="">
          <mxGeometry relative="1" as="geometry" />
        </mxCell>
        <mxCell id="e210" edge="1" parent="1" source="v199" style="edgeStyle=none;html=1;strokeColor=#555555;strokeWidth=1;endArrow=none;fontFamily=Comic Sans MS;" target="v198" value="">
          <mxGeometry relative="1" as="geometry" />
        </mxCell>
        <mxCell id="e211" edge="1" parent="1" source="v199" style="edgeStyle=none;html=1;strokeColor=#555555;strokeWidth=1;endArrow=none;fontFamily=Comic Sans MS;" target="v200" value="">
          <mxGeometry relative="1" as="geometry" />
        </mxCell>
        <mxCell id="e212" edge="1" parent="1" source="v199" style="edgeStyle=none;html=1;strokeColor=#555555;strokeWidth=1;endArrow=none;fontFamily=Comic Sans MS;" target="v202" value="">
          <mxGeometry relative="1" as="geometry" />
        </mxCell>
        <mxCell id="e213" edge="1" parent="1" source="v201" style="edgeStyle=none;html=1;strokeColor=#555555;strokeWidth=1;endArrow=none;fontFamily=Comic Sans MS;" target="v200" value="">
          <mxGeometry relative="1" as="geometry" />
        </mxCell>
        <mxCell id="e214" edge="1" parent="1" source="v201" style="edgeStyle=none;html=1;strokeColor=#555555;strokeWidth=1;endArrow=none;fontFamily=Comic Sans MS;" target="v202" value="">
          <mxGeometry relative="1" as="geometry" />
        </mxCell>
        <mxCell id="e215" edge="1" parent="1" source="v201" style="edgeStyle=none;html=1;strokeColor=#555555;strokeWidth=1;endArrow=none;fontFamily=Comic Sans MS;" target="v204" value="">
          <mxGeometry relative="1" as="geometry" />
        </mxCell>
        <mxCell id="e216" edge="1" parent="1" source="v203" style="edgeStyle=none;html=1;strokeColor=#555555;strokeWidth=1;endArrow=none;fontFamily=Comic Sans MS;" target="v202" value="">
          <mxGeometry relative="1" as="geometry" />
        </mxCell>
        <mxCell id="e217" edge="1" parent="1" source="v203" style="edgeStyle=none;html=1;strokeColor=#555555;strokeWidth=1;endArrow=none;fontFamily=Comic Sans MS;" target="v204" value="">
          <mxGeometry relative="1" as="geometry" />
        </mxCell>
        <mxCell id="v218" parent="1" style="shape=rect;fillColor=#8B6AC7;gradientColor=#C6B4E7;gradientDirection=north;strokeColor=#6E55A9;strokeWidth=1;fontFamily=Comic Sans MS;" value="" vertex="1">
          <mxGeometry height="34" width="16" x="1198" y="714" as="geometry" />
        </mxCell>
        <mxCell id="v219" parent="1" style="shape=rect;fillColor=#8B6AC7;gradientColor=#C6B4E7;gradientDirection=north;strokeColor=#6E55A9;strokeWidth=1;fontFamily=Comic Sans MS;" value="" vertex="1">
          <mxGeometry height="42" width="16" x="1220" y="706" as="geometry" />
        </mxCell>
        <mxCell id="v220" parent="1" style="shape=rect;fillColor=#8B6AC7;gradientColor=#C6B4E7;gradientDirection=north;strokeColor=#6E55A9;strokeWidth=1;fontFamily=Comic Sans MS;" value="" vertex="1">
          <mxGeometry height="38" width="16" x="1242" y="710" as="geometry" />
        </mxCell>
        <mxCell id="v221" parent="1" style="shape=rect;fillColor=#8B6AC7;gradientColor=#C6B4E7;gradientDirection=north;strokeColor=#6E55A9;strokeWidth=1;fontFamily=Comic Sans MS;" value="" vertex="1">
          <mxGeometry height="31" width="16" x="1264" y="717" as="geometry" />
        </mxCell>
        <mxCell id="v223" parent="1" style="shape=line;strokeColor=#8B75D4;strokeWidth=1;dashed=1;dashPattern=6 4;fontFamily=Comic Sans MS;" value="" vertex="1">
          <mxGeometry height="1" width="620" x="685" y="786" as="geometry" />
        </mxCell>
        <mxCell id="v224" parent="1" style="text;html=1;whiteSpace=wrap;align=center;verticalAlign=middle;fontFamily=Comic Sans MS;fontSize=19;fontColor=#222222;fontStyle=0;spacing=0;" value="&lt;span style=&quot;color: rgb(110, 79, 197);&quot;&gt;解耦出情感特征，&lt;/span&gt;&lt;span style=&quot;color: light-dark(rgb(110, 79, 197), rgb(237, 237, 237));&quot;&gt;削弱非情感因素干扰&lt;/span&gt;" vertex="1">
          <mxGeometry height="30" width="580" x="705" y="795" as="geometry" />
        </mxCell>
        <mxCell id="e225" edge="1" parent="1" style="edgeStyle=orthogonalEdgeStyle;rounded=0;html=1;strokeColor=#5D43B3;strokeWidth=4;endArrow=none;" value="">
          <mxGeometry relative="1" as="geometry">
            <Array as="points">
              <mxPoint x="1322" y="378" />
              <mxPoint x="1355" y="378" />
              <mxPoint x="1355" y="519" />
            </Array>
          </mxGeometry>
        </mxCell>
        <mxCell id="e226" edge="1" parent="1" style="edgeStyle=orthogonalEdgeStyle;rounded=0;html=1;strokeColor=#5D43B3;strokeWidth=4;endArrow=none;" value="">
          <mxGeometry relative="1" as="geometry">
            <Array as="points">
              <mxPoint x="1322" y="695" />
              <mxPoint x="1355" y="695" />
              <mxPoint x="1355" y="519" />
            </Array>
          </mxGeometry>
        </mxCell>
        <mxCell id="e227" edge="1" parent="1" style="edgeStyle=orthogonalEdgeStyle;rounded=0;html=1;strokeColor=#5D43B3;strokeWidth=4;endArrow=block;endFill=1;" value="">
          <mxGeometry relative="1" as="geometry">
            <Array as="points">
              <mxPoint x="1355" y="519" />
              <mxPoint x="1403" y="519" />
            </Array>
          </mxGeometry>
        </mxCell>
        <mxCell id="v228" parent="1" style="ellipse;whiteSpace=wrap;html=1;fillColor=#FFFFFF;strokeColor=#D6C9EE;strokeWidth=5;fontFamily=Comic Sans MS;" value="" vertex="1">
          <mxGeometry height="135" width="135" x="1448" y="328" as="geometry" />
        </mxCell>
        <mxCell id="v229" parent="1" style="ellipse;whiteSpace=wrap;html=1;fillColor=#FFFFFF;strokeColor=#6F54BA;strokeWidth=9;fontFamily=Comic Sans MS;" value="" vertex="1">
          <mxGeometry height="92" width="92" x="1470" y="350" as="geometry" />
        </mxCell>
        <mxCell id="v230" parent="1" style="ellipse;whiteSpace=wrap;html=1;fillColor=#FFFFFF;strokeColor=#D6C9EE;strokeWidth=5;fontFamily=Comic Sans MS;align=center;verticalAlign=middle;fontSize=12;fontColor=default;" value="" vertex="1">
          <mxGeometry height="48" width="48" x="1492" y="372" as="geometry" />
        </mxCell>
        <mxCell id="v231" parent="1" style="ellipse;whiteSpace=wrap;html=1;fillColor=#6F54BA;strokeColor=#6F54BA;strokeWidth=0;fontFamily=Comic Sans MS;" value="" vertex="1">
          <mxGeometry height="16" width="16" x="1508" y="388" as="geometry" />
        </mxCell>
        <mxCell id="v234" parent="1" style="shape=line;strokeColor=#8B75D4;strokeWidth=1;dashed=1;dashPattern=6 4;fontFamily=Comic Sans MS;" value="" vertex="1">
          <mxGeometry height="1" width="180" x="1425" y="522" as="geometry" />
        </mxCell>
        <mxCell id="v235" parent="1" style="text;html=1;whiteSpace=wrap;align=center;verticalAlign=middle;fontFamily=Comic Sans MS;fontSize=24;fontColor=#5134A6;fontStyle=1;spacing=0;" value="声学预测误差降低，合成语音的情感辨识度提升" vertex="1">
          <mxGeometry height="180" width="170" x="1430" y="555" as="geometry" />
        </mxCell>
        <mxCell id="mLJ6RkBWi0f_F3Ge-QQL-3" connectable="0" parent="1" style="group" value="" vertex="1">
          <mxGeometry height="68" width="80" x="945" y="690" as="geometry" />
        </mxCell>
        <mxCell id="v179" parent="mLJ6RkBWi0f_F3Ge-QQL-3" style="shape=rect;fillColor=#222222;strokeColor=#777777;strokeWidth=1;fontFamily=Comic Sans MS;" value="" vertex="1">
          <mxGeometry height="17" width="20" as="geometry" />
        </mxCell>
        <mxCell id="v180" parent="mLJ6RkBWi0f_F3Ge-QQL-3" style="shape=rect;fillColor=#F4F2F7;strokeColor=#777777;strokeWidth=1;fontFamily=Comic Sans MS;" value="" vertex="1">
          <mxGeometry height="17" width="20" x="20" as="geometry" />
        </mxCell>
        <mxCell id="v181" parent="mLJ6RkBWi0f_F3Ge-QQL-3" style="shape=rect;fillColor=#FFFFFF;strokeColor=#777777;strokeWidth=1;fontFamily=Comic Sans MS;" value="" vertex="1">
          <mxGeometry height="17" width="20" x="40" as="geometry" />
        </mxCell>
        <mxCell id="v182" parent="mLJ6RkBWi0f_F3Ge-QQL-3" style="shape=rect;fillColor=#FFFFFF;strokeColor=#777777;strokeWidth=1;fontFamily=Comic Sans MS;" value="" vertex="1">
          <mxGeometry height="17" width="20" x="60" as="geometry" />
        </mxCell>
        <mxCell id="v183" parent="mLJ6RkBWi0f_F3Ge-QQL-3" style="shape=rect;fillColor=#F6F4F7;strokeColor=#777777;strokeWidth=1;fontFamily=Comic Sans MS;" value="" vertex="1">
          <mxGeometry height="17" width="20" y="17" as="geometry" />
        </mxCell>
        <mxCell id="v184" parent="mLJ6RkBWi0f_F3Ge-QQL-3" style="shape=rect;fillColor=#FFFFFF;strokeColor=#777777;strokeWidth=1;fontFamily=Comic Sans MS;" value="" vertex="1">
          <mxGeometry height="17" width="20" x="20" y="17" as="geometry" />
        </mxCell>
        <mxCell id="v185" parent="mLJ6RkBWi0f_F3Ge-QQL-3" style="shape=rect;fillColor=#ECE8F3;strokeColor=#777777;strokeWidth=1;fontFamily=Comic Sans MS;" value="" vertex="1">
          <mxGeometry height="17" width="20" x="40" y="17" as="geometry" />
        </mxCell>
        <mxCell id="v186" parent="mLJ6RkBWi0f_F3Ge-QQL-3" style="shape=rect;fillColor=#FFFFFF;strokeColor=#777777;strokeWidth=1;fontFamily=Comic Sans MS;" value="" vertex="1">
          <mxGeometry height="17" width="20" x="60" y="17" as="geometry" />
        </mxCell>
        <mxCell id="v187" parent="mLJ6RkBWi0f_F3Ge-QQL-3" style="shape=rect;fillColor=#FFFFFF;strokeColor=#777777;strokeWidth=1;fontFamily=Comic Sans MS;" value="" vertex="1">
          <mxGeometry height="17" width="20" y="34" as="geometry" />
        </mxCell>
        <mxCell id="v188" parent="mLJ6RkBWi0f_F3Ge-QQL-3" style="shape=rect;fillColor=#ECE8F3;strokeColor=#777777;strokeWidth=1;fontFamily=Comic Sans MS;" value="" vertex="1">
          <mxGeometry height="17" width="20" x="20" y="34" as="geometry" />
        </mxCell>
        <mxCell id="v189" parent="mLJ6RkBWi0f_F3Ge-QQL-3" style="shape=rect;fillColor=#FFFFFF;strokeColor=#777777;strokeWidth=1;fontFamily=Comic Sans MS;" value="" vertex="1">
          <mxGeometry height="17" width="20" x="40" y="34" as="geometry" />
        </mxCell>
        <mxCell id="v190" parent="mLJ6RkBWi0f_F3Ge-QQL-3" style="shape=rect;fillColor=#F7F5FA;strokeColor=#777777;strokeWidth=1;fontFamily=Comic Sans MS;" value="" vertex="1">
          <mxGeometry height="17" width="20" x="60" y="34" as="geometry" />
        </mxCell>
        <mxCell id="v191" parent="mLJ6RkBWi0f_F3Ge-QQL-3" style="shape=rect;fillColor=#FFFFFF;strokeColor=#777777;strokeWidth=1;fontFamily=Comic Sans MS;" value="" vertex="1">
          <mxGeometry height="17" width="20" y="51" as="geometry" />
        </mxCell>
        <mxCell id="v192" parent="mLJ6RkBWi0f_F3Ge-QQL-3" style="shape=rect;fillColor=#FFFFFF;strokeColor=#777777;strokeWidth=1;fontFamily=Comic Sans MS;" value="" vertex="1">
          <mxGeometry height="17" width="20" x="20" y="51" as="geometry" />
        </mxCell>
        <mxCell id="v193" parent="mLJ6RkBWi0f_F3Ge-QQL-3" style="shape=rect;fillColor=#F3F0F7;strokeColor=#777777;strokeWidth=1;fontFamily=Comic Sans MS;" value="" vertex="1">
          <mxGeometry height="17" width="20" x="40" y="51" as="geometry" />
        </mxCell>
        <mxCell id="v194" parent="mLJ6RkBWi0f_F3Ge-QQL-3" style="shape=rect;fillColor=#222222;strokeColor=#777777;strokeWidth=1;fontFamily=Comic Sans MS;" value="" vertex="1">
          <mxGeometry height="17" width="20" x="60" y="51" as="geometry" />
        </mxCell>
        <mxCell id="mLJ6RkBWi0f_F3Ge-QQL-5" connectable="0" parent="1" style="group" value="" vertex="1">
          <mxGeometry height="38" width="72" x="694" y="402" as="geometry" />
        </mxCell>
        <mxCell id="v69" parent="mLJ6RkBWi0f_F3Ge-QQL-5" style="shape=rect;rounded=0;fillColor=#CFE4FF;gradientColor=#2D66BA;gradientDirection=east;strokeColor=#8AA8DC;fontFamily=Comic Sans MS;" value="" vertex="1">
          <mxGeometry height="38" width="72" as="geometry" />
        </mxCell>
        <mxCell id="v70" parent="mLJ6RkBWi0f_F3Ge-QQL-5" style="shape=rect;fillColor=#4B79C4;strokeColor=none;fontFamily=Comic Sans MS;" value="" vertex="1">
          <mxGeometry height="18" width="4" x="5" y="16" as="geometry" />
        </mxCell>
        <mxCell id="v71" parent="mLJ6RkBWi0f_F3Ge-QQL-5" style="shape=rect;fillColor=#8FC5F2;strokeColor=none;fontFamily=Comic Sans MS;" value="" vertex="1">
          <mxGeometry height="28" width="4" x="13" y="6" as="geometry" />
        </mxCell>
        <mxCell id="v72" parent="mLJ6RkBWi0f_F3Ge-QQL-5" style="shape=rect;fillColor=#4B79C4;strokeColor=none;fontFamily=Comic Sans MS;" value="" vertex="1">
          <mxGeometry height="22" width="4" x="21" y="12" as="geometry" />
        </mxCell>
        <mxCell id="v73" parent="mLJ6RkBWi0f_F3Ge-QQL-5" style="shape=rect;fillColor=#8FC5F2;strokeColor=none;fontFamily=Comic Sans MS;" value="" vertex="1">
          <mxGeometry height="34" width="4" x="29" as="geometry" />
        </mxCell>
        <mxCell id="v74" parent="mLJ6RkBWi0f_F3Ge-QQL-5" style="shape=rect;fillColor=#4B79C4;strokeColor=none;fontFamily=Comic Sans MS;" value="" vertex="1">
          <mxGeometry height="26" width="4" x="37" y="8" as="geometry" />
        </mxCell>
        <mxCell id="v75" parent="mLJ6RkBWi0f_F3Ge-QQL-5" style="shape=rect;fillColor=#8FC5F2;strokeColor=none;fontFamily=Comic Sans MS;" value="" vertex="1">
          <mxGeometry height="32" width="4" x="45" y="2" as="geometry" />
        </mxCell>
        <mxCell id="v76" parent="mLJ6RkBWi0f_F3Ge-QQL-5" style="shape=rect;fillColor=#4B79C4;strokeColor=none;fontFamily=Comic Sans MS;" value="" vertex="1">
          <mxGeometry height="20" width="4" x="53" y="14" as="geometry" />
        </mxCell>
        <mxCell id="v77" parent="mLJ6RkBWi0f_F3Ge-QQL-5" style="shape=rect;fillColor=#8FC5F2;strokeColor=none;fontFamily=Comic Sans MS;" value="" vertex="1">
          <mxGeometry height="30" width="4" x="61" y="4" as="geometry" />
        </mxCell>
        <mxCell id="mLJ6RkBWi0f_F3Ge-QQL-6" connectable="0" parent="1" style="group" value="" vertex="1">
          <mxGeometry height="38" width="72" x="694" y="709" as="geometry" />
        </mxCell>
        <mxCell id="mLJ6RkBWi0f_F3Ge-QQL-7" parent="mLJ6RkBWi0f_F3Ge-QQL-6" style="shape=rect;rounded=0;fillColor=#CFE4FF;gradientColor=#2D66BA;gradientDirection=east;strokeColor=#8AA8DC;fontFamily=Comic Sans MS;" value="" vertex="1">
          <mxGeometry height="38" width="72" as="geometry" />
        </mxCell>
        <mxCell id="mLJ6RkBWi0f_F3Ge-QQL-8" parent="mLJ6RkBWi0f_F3Ge-QQL-6" style="shape=rect;fillColor=#4B79C4;strokeColor=none;fontFamily=Comic Sans MS;" value="" vertex="1">
          <mxGeometry height="18" width="4" x="5" y="16" as="geometry" />
        </mxCell>
        <mxCell id="mLJ6RkBWi0f_F3Ge-QQL-9" parent="mLJ6RkBWi0f_F3Ge-QQL-6" style="shape=rect;fillColor=#8FC5F2;strokeColor=none;fontFamily=Comic Sans MS;" value="" vertex="1">
          <mxGeometry height="28" width="4" x="13" y="6" as="geometry" />
        </mxCell>
        <mxCell id="mLJ6RkBWi0f_F3Ge-QQL-10" parent="mLJ6RkBWi0f_F3Ge-QQL-6" style="shape=rect;fillColor=#4B79C4;strokeColor=none;fontFamily=Comic Sans MS;" value="" vertex="1">
          <mxGeometry height="22" width="4" x="21" y="12" as="geometry" />
        </mxCell>
        <mxCell id="mLJ6RkBWi0f_F3Ge-QQL-11" parent="mLJ6RkBWi0f_F3Ge-QQL-6" style="shape=rect;fillColor=#8FC5F2;strokeColor=none;fontFamily=Comic Sans MS;" value="" vertex="1">
          <mxGeometry height="34" width="4" x="29" as="geometry" />
        </mxCell>
        <mxCell id="mLJ6RkBWi0f_F3Ge-QQL-12" parent="mLJ6RkBWi0f_F3Ge-QQL-6" style="shape=rect;fillColor=#4B79C4;strokeColor=none;fontFamily=Comic Sans MS;" value="" vertex="1">
          <mxGeometry height="26" width="4" x="37" y="8" as="geometry" />
        </mxCell>
        <mxCell id="mLJ6RkBWi0f_F3Ge-QQL-13" parent="mLJ6RkBWi0f_F3Ge-QQL-6" style="shape=rect;fillColor=#8FC5F2;strokeColor=none;fontFamily=Comic Sans MS;" value="" vertex="1">
          <mxGeometry height="32" width="4" x="45" y="2" as="geometry" />
        </mxCell>
        <mxCell id="mLJ6RkBWi0f_F3Ge-QQL-14" parent="mLJ6RkBWi0f_F3Ge-QQL-6" style="shape=rect;fillColor=#4B79C4;strokeColor=none;fontFamily=Comic Sans MS;" value="" vertex="1">
          <mxGeometry height="20" width="4" x="53" y="14" as="geometry" />
        </mxCell>
        <mxCell id="mLJ6RkBWi0f_F3Ge-QQL-15" parent="mLJ6RkBWi0f_F3Ge-QQL-6" style="shape=rect;fillColor=#8FC5F2;strokeColor=none;fontFamily=Comic Sans MS;" value="" vertex="1">
          <mxGeometry height="30" width="4" x="61" y="4" as="geometry" />
        </mxCell>
        <mxCell id="mLJ6RkBWi0f_F3Ge-QQL-17" parent="1" style="ellipse;whiteSpace=wrap;html=1;aspect=fixed;fillColor=#3069CA;" value="" vertex="1">
          <mxGeometry height="80" width="80" x="109" y="360" as="geometry" />
        </mxCell>
+         <mxCell id="GvTuYfWAP47ZSM9e_-PN-1" parent="1" style="shape=line;strokeColor=#6c8ebf;strokeWidth=1;dashed=1;dashPattern=6 4;fontFamily=Comic Sans MS;fillColor=#dae8fc;" value="" vertex="1">
+           <mxGeometry height="1" width="180" x="58" y="528" as="geometry" />
+         </mxCell>
      </root>
    </mxGraphModel>
  </diagram>
</mxfile>
